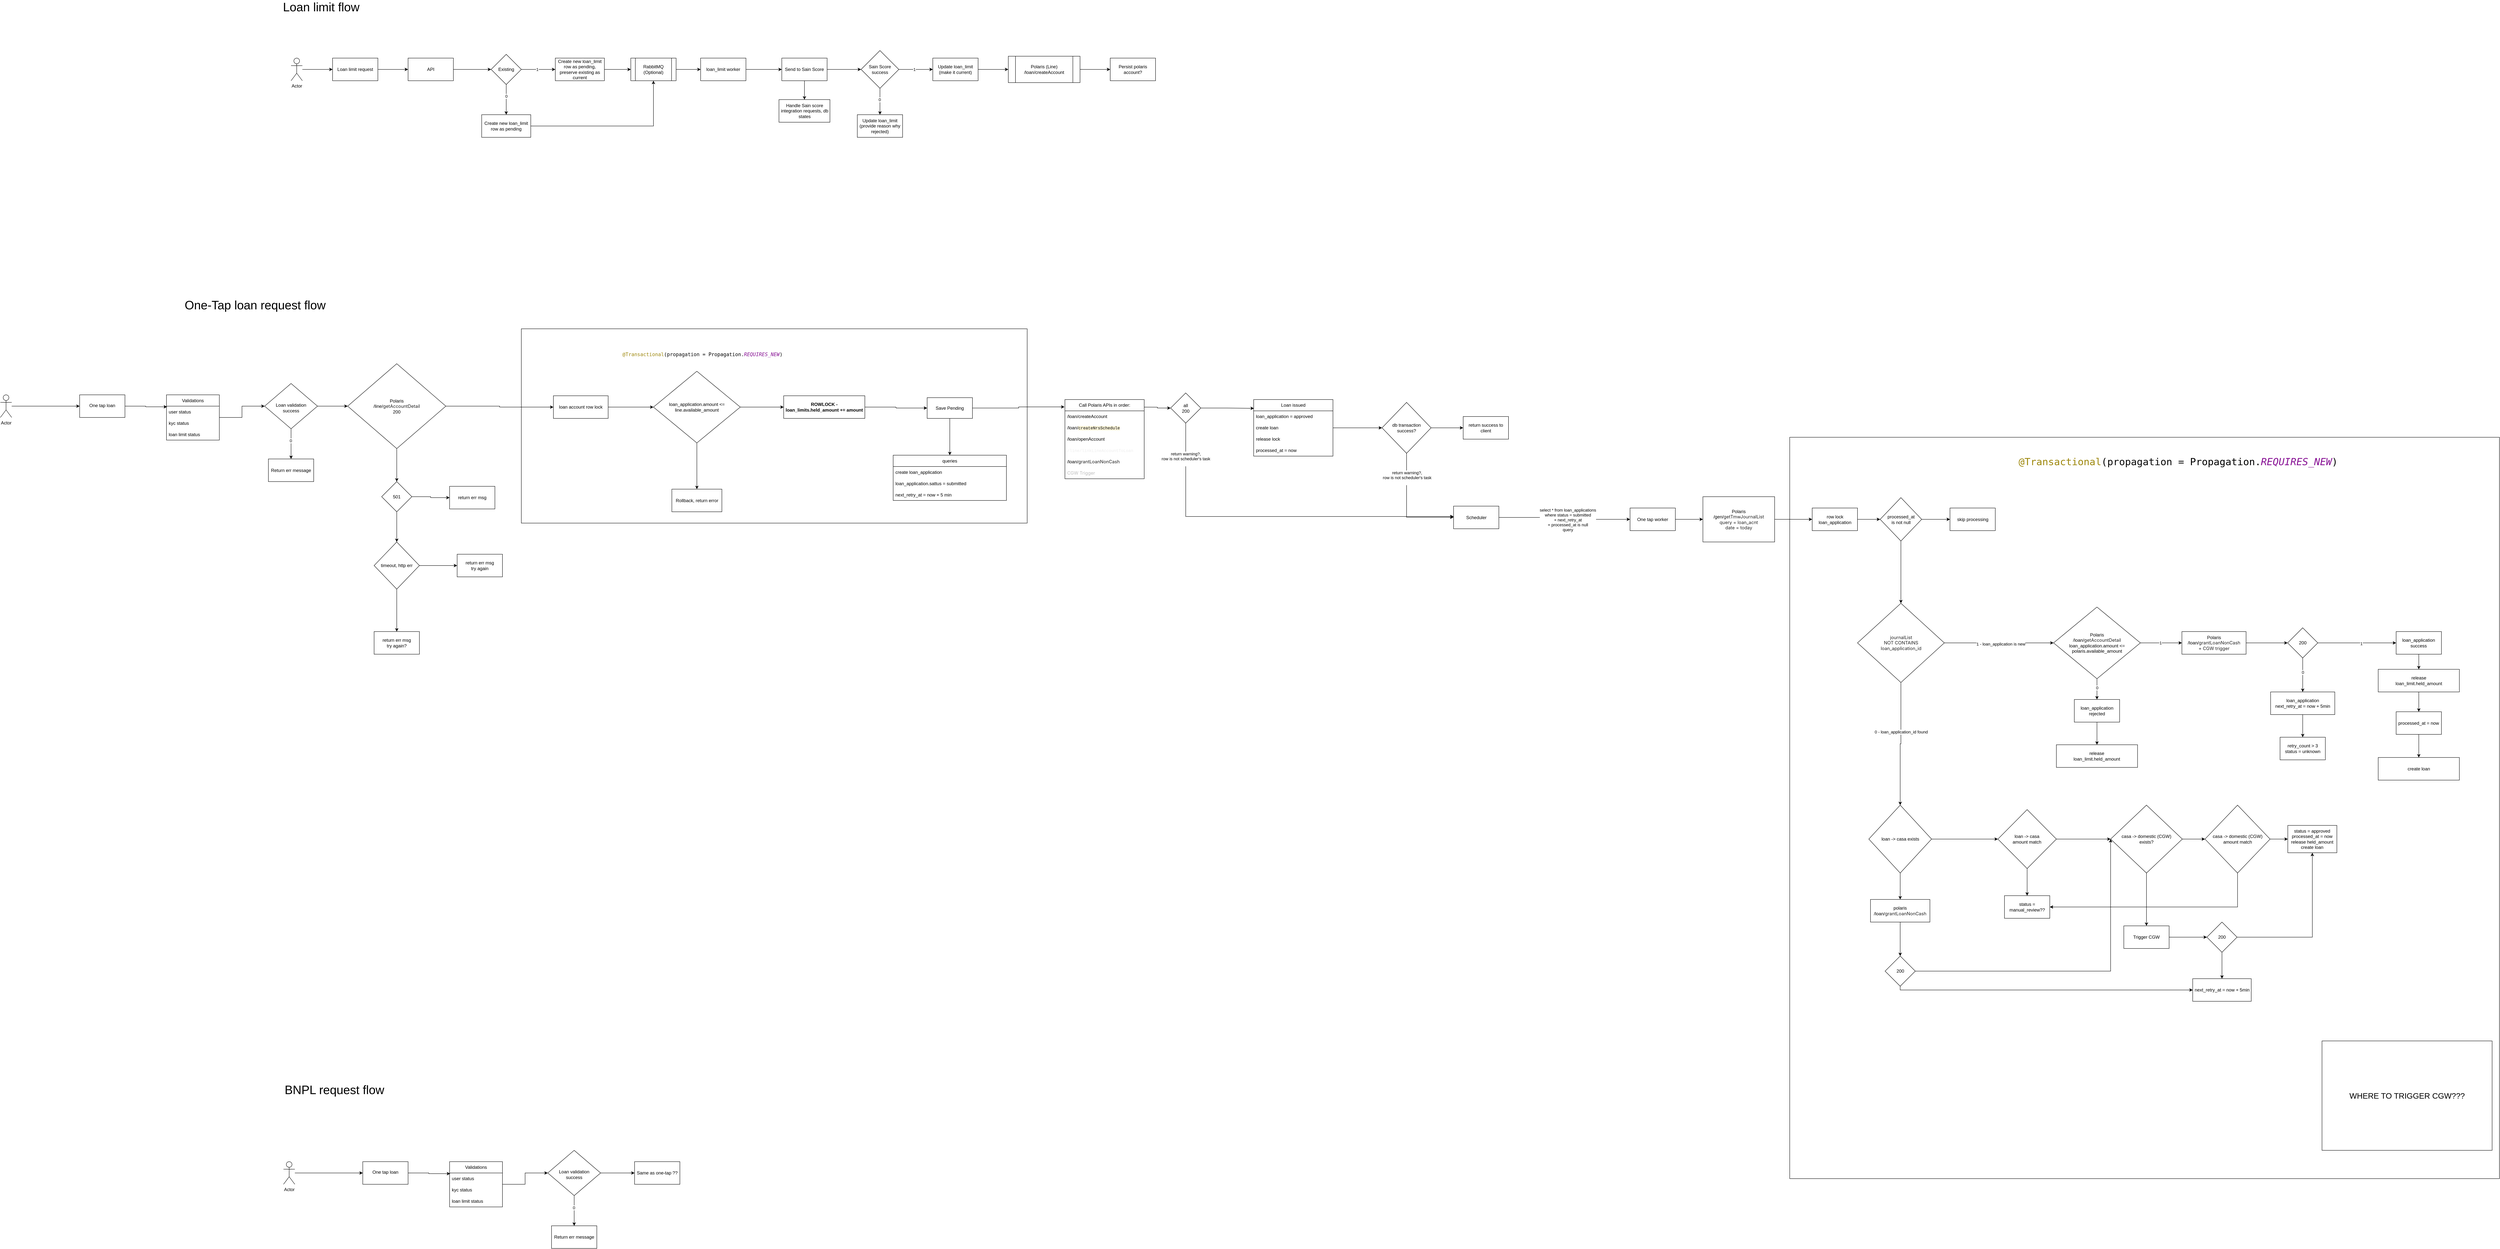
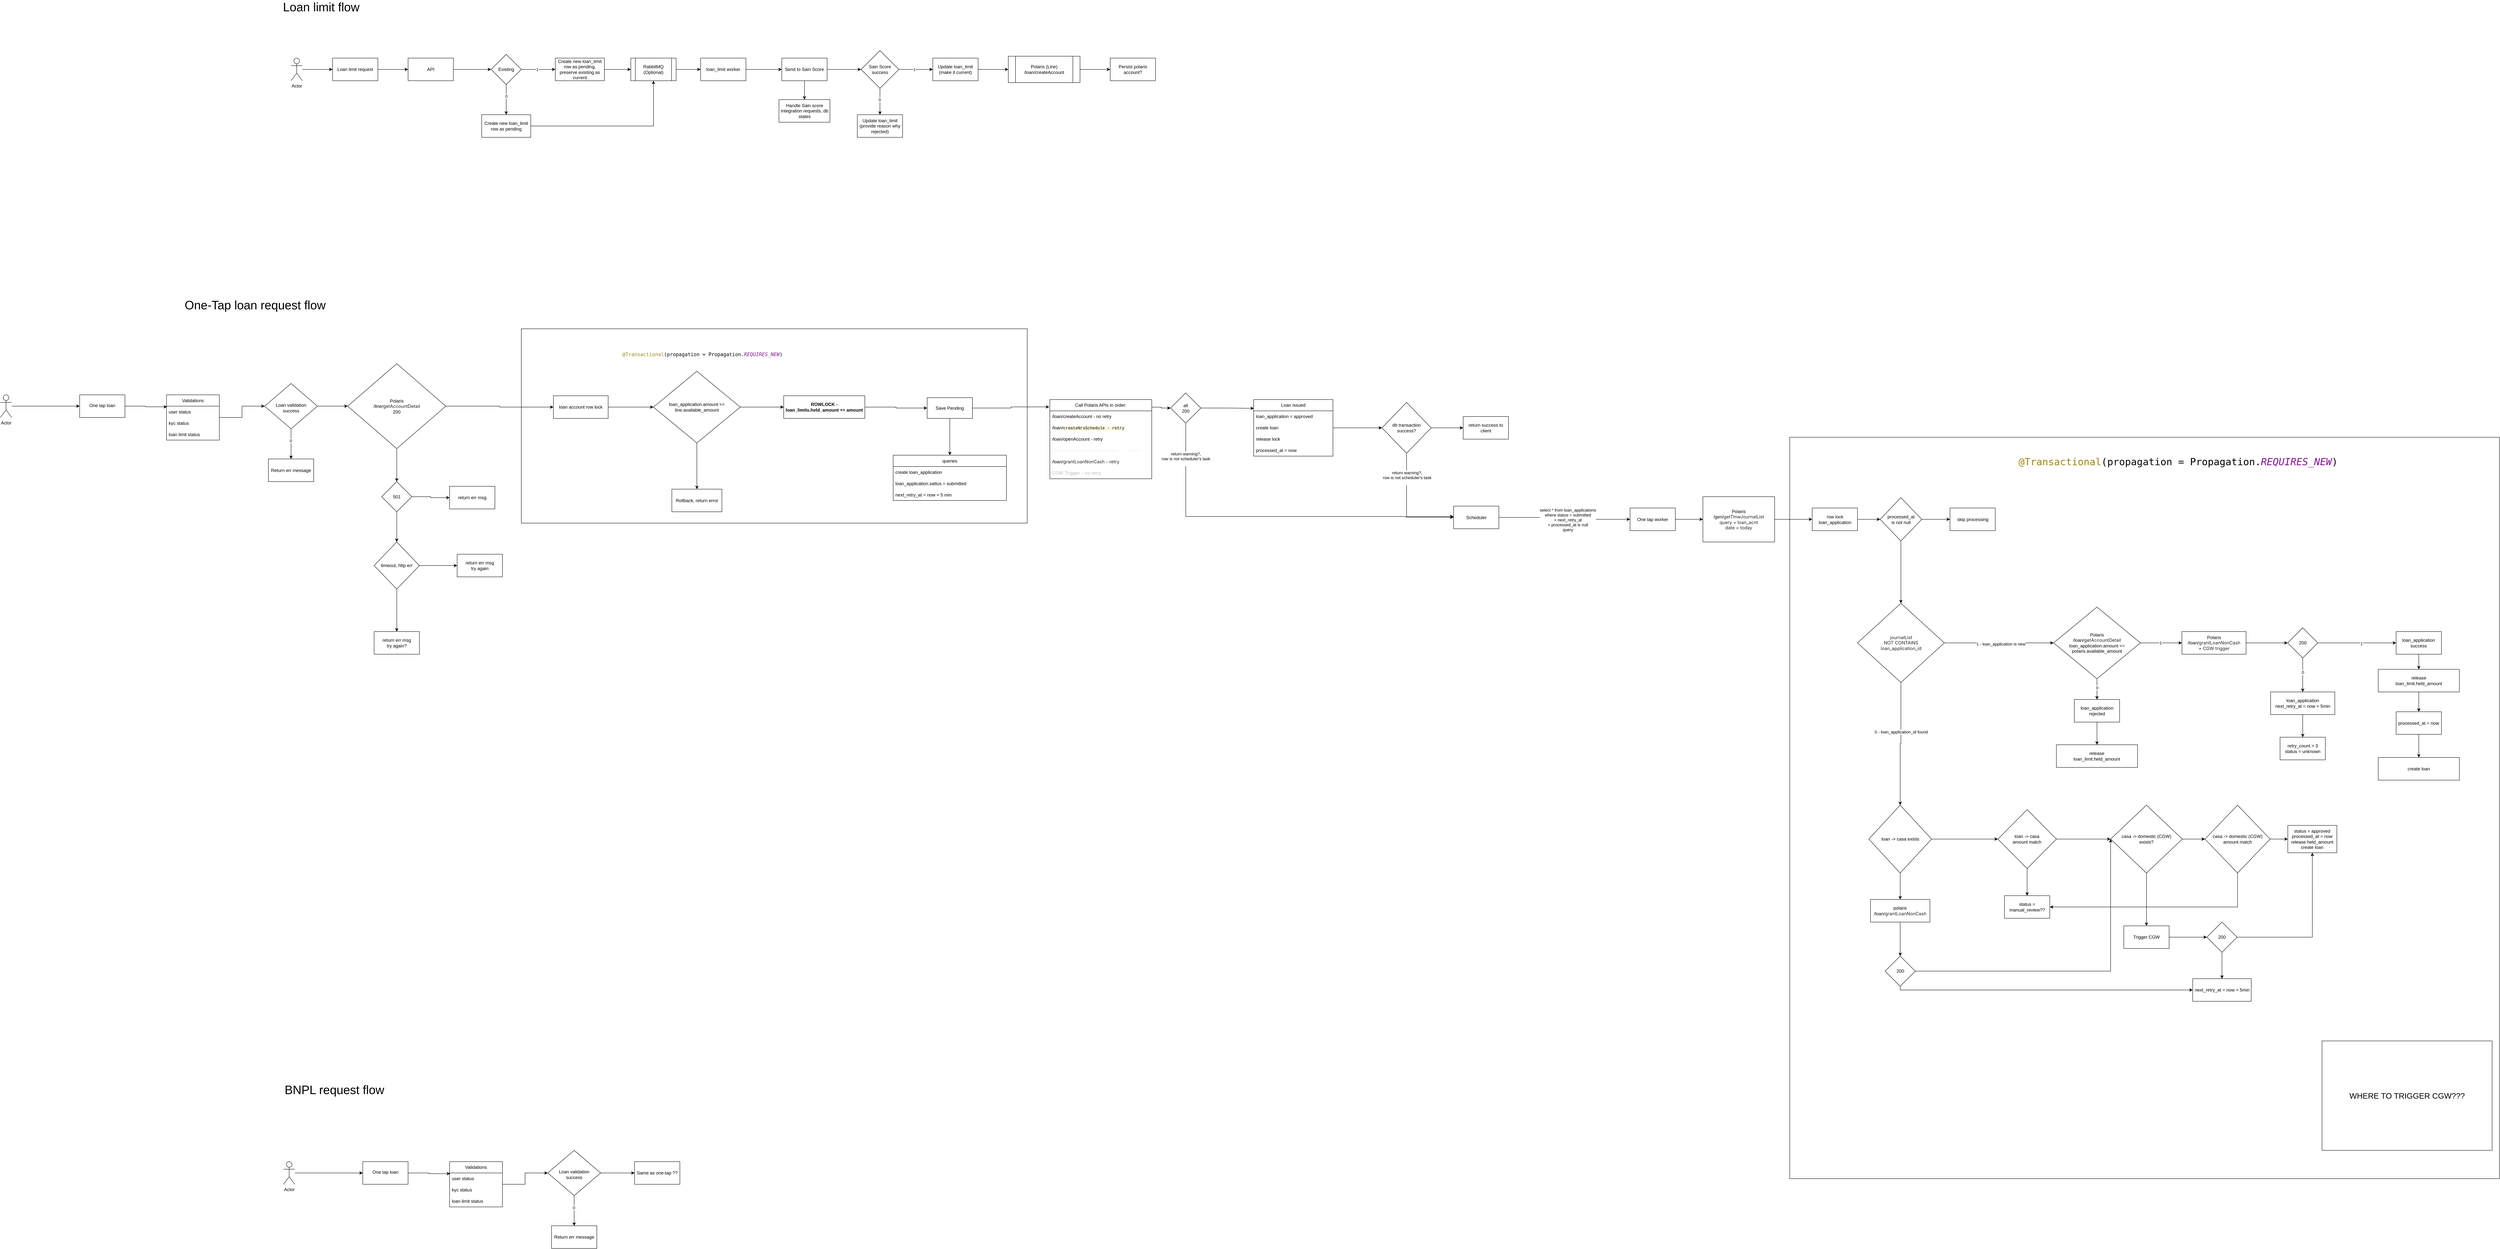
<mxfile host="app.diagrams.net">
  <diagram name="Page-1" id="VCBSuIh8bz7kurrQ0Zaz">
-     <mxGraphModel dx="1503" dy="382" grid="1" gridSize="10" guides="1" tooltips="1" connect="1" arrows="1" fold="1" page="1" pageScale="1" pageWidth="850" pageHeight="1100" math="0" shadow="0">
+     <mxGraphModel dx="1638" dy="461" grid="1" gridSize="10" guides="1" tooltips="1" connect="1" arrows="1" fold="1" page="1" pageScale="1" pageWidth="850" pageHeight="1100" math="0" shadow="0">
      <root>
        <mxCell id="0" />
        <mxCell id="1" parent="0" />
        <mxCell id="In8fDh9ZLN2M87an2Miy-188" parent="1" style="rounded=0;whiteSpace=wrap;html=1;movable=0;resizable=0;rotatable=0;deletable=0;editable=0;locked=1;connectable=0;" value="" vertex="1">
          <mxGeometry height="1965" width="1880" x="4010" y="1215" as="geometry" />
        </mxCell>
        <mxCell id="In8fDh9ZLN2M87an2Miy-172" parent="1" style="rounded=0;whiteSpace=wrap;html=1;movable=1;resizable=1;rotatable=1;deletable=1;editable=1;locked=0;connectable=1;" value="" vertex="1">
          <mxGeometry height="515" width="1340" x="650" y="927.5" as="geometry" />
        </mxCell>
        <mxCell id="KqixbsF9o6dLofBvsG9t-5" edge="1" parent="1" source="KqixbsF9o6dLofBvsG9t-1" style="edgeStyle=orthogonalEdgeStyle;rounded=0;orthogonalLoop=1;jettySize=auto;html=1;" target="KqixbsF9o6dLofBvsG9t-4" value="">
          <mxGeometry relative="1" as="geometry" />
        </mxCell>
        <mxCell id="KqixbsF9o6dLofBvsG9t-1" parent="1" style="rounded=0;whiteSpace=wrap;html=1;" value="Loan limit request" vertex="1">
          <mxGeometry height="60" width="120" x="150" y="210" as="geometry" />
        </mxCell>
        <mxCell id="KqixbsF9o6dLofBvsG9t-3" edge="1" parent="1" source="KqixbsF9o6dLofBvsG9t-2" style="edgeStyle=orthogonalEdgeStyle;rounded=0;orthogonalLoop=1;jettySize=auto;html=1;" target="KqixbsF9o6dLofBvsG9t-1" value="">
          <mxGeometry relative="1" as="geometry" />
        </mxCell>
        <mxCell id="KqixbsF9o6dLofBvsG9t-2" parent="1" style="shape=umlActor;verticalLabelPosition=bottom;verticalAlign=top;html=1;outlineConnect=0;" value="Actor" vertex="1">
          <mxGeometry height="60" width="30" x="40" y="210" as="geometry" />
        </mxCell>
        <mxCell id="KqixbsF9o6dLofBvsG9t-9" edge="1" parent="1" source="KqixbsF9o6dLofBvsG9t-4" style="edgeStyle=orthogonalEdgeStyle;rounded=0;orthogonalLoop=1;jettySize=auto;html=1;" target="KqixbsF9o6dLofBvsG9t-8" value="">
          <mxGeometry relative="1" as="geometry" />
        </mxCell>
        <mxCell id="KqixbsF9o6dLofBvsG9t-4" parent="1" style="rounded=0;whiteSpace=wrap;html=1;" value="API" vertex="1">
          <mxGeometry height="60" width="120" x="350" y="210" as="geometry" />
        </mxCell>
        <mxCell id="KqixbsF9o6dLofBvsG9t-11" edge="1" parent="1" source="KqixbsF9o6dLofBvsG9t-8" style="edgeStyle=orthogonalEdgeStyle;rounded=0;orthogonalLoop=1;jettySize=auto;html=1;" target="KqixbsF9o6dLofBvsG9t-10" value="">
          <mxGeometry relative="1" as="geometry" />
        </mxCell>
        <mxCell id="KqixbsF9o6dLofBvsG9t-12" connectable="0" parent="KqixbsF9o6dLofBvsG9t-11" style="edgeLabel;html=1;align=center;verticalAlign=middle;resizable=0;points=[];" value="1" vertex="1">
          <mxGeometry relative="1" x="-0.079" as="geometry">
            <mxPoint as="offset" />
          </mxGeometry>
        </mxCell>
        <mxCell id="KqixbsF9o6dLofBvsG9t-14" edge="1" parent="1" source="KqixbsF9o6dLofBvsG9t-8" style="edgeStyle=orthogonalEdgeStyle;rounded=0;orthogonalLoop=1;jettySize=auto;html=1;" target="KqixbsF9o6dLofBvsG9t-13" value="">
          <mxGeometry relative="1" as="geometry" />
        </mxCell>
        <mxCell id="KqixbsF9o6dLofBvsG9t-15" connectable="0" parent="KqixbsF9o6dLofBvsG9t-14" style="edgeLabel;html=1;align=center;verticalAlign=middle;resizable=0;points=[];" value="0" vertex="1">
          <mxGeometry relative="1" x="-0.2407" as="geometry">
            <mxPoint as="offset" />
          </mxGeometry>
        </mxCell>
        <mxCell id="KqixbsF9o6dLofBvsG9t-8" parent="1" style="rhombus;whiteSpace=wrap;html=1;rounded=0;" value="Existing" vertex="1">
          <mxGeometry height="80" width="80" x="570" y="200" as="geometry" />
        </mxCell>
        <mxCell id="KqixbsF9o6dLofBvsG9t-23" edge="1" parent="1" source="KqixbsF9o6dLofBvsG9t-10" style="edgeStyle=orthogonalEdgeStyle;rounded=0;orthogonalLoop=1;jettySize=auto;html=1;" target="KqixbsF9o6dLofBvsG9t-22" value="">
          <mxGeometry relative="1" as="geometry" />
        </mxCell>
        <mxCell id="KqixbsF9o6dLofBvsG9t-10" parent="1" style="whiteSpace=wrap;html=1;rounded=0;" value="Create new loan_limit row as pending, preserve existing as current" vertex="1">
          <mxGeometry height="60" width="130" x="740" y="210" as="geometry" />
        </mxCell>
        <mxCell id="KqixbsF9o6dLofBvsG9t-26" edge="1" parent="1" source="KqixbsF9o6dLofBvsG9t-13" style="edgeStyle=orthogonalEdgeStyle;rounded=0;orthogonalLoop=1;jettySize=auto;html=1;entryX=0.5;entryY=1;entryDx=0;entryDy=0;" target="KqixbsF9o6dLofBvsG9t-22">
          <mxGeometry relative="1" as="geometry" />
        </mxCell>
        <mxCell id="KqixbsF9o6dLofBvsG9t-13" parent="1" style="whiteSpace=wrap;html=1;rounded=0;" value="Create new loan_limit row as pending" vertex="1">
          <mxGeometry height="60" width="130" x="545" y="360" as="geometry" />
        </mxCell>
        <mxCell id="KqixbsF9o6dLofBvsG9t-25" edge="1" parent="1" source="KqixbsF9o6dLofBvsG9t-22" style="edgeStyle=orthogonalEdgeStyle;rounded=0;orthogonalLoop=1;jettySize=auto;html=1;" target="KqixbsF9o6dLofBvsG9t-24" value="">
          <mxGeometry relative="1" as="geometry" />
        </mxCell>
        <mxCell id="KqixbsF9o6dLofBvsG9t-22" parent="1" style="shape=process;whiteSpace=wrap;html=1;backgroundOutline=1;rounded=0;" value="RabbitMQ (Optional)" vertex="1">
          <mxGeometry height="60" width="120" x="940" y="210" as="geometry" />
        </mxCell>
        <mxCell id="KqixbsF9o6dLofBvsG9t-28" edge="1" parent="1" source="KqixbsF9o6dLofBvsG9t-24" style="edgeStyle=orthogonalEdgeStyle;rounded=0;orthogonalLoop=1;jettySize=auto;html=1;" target="KqixbsF9o6dLofBvsG9t-27" value="">
          <mxGeometry relative="1" as="geometry" />
        </mxCell>
        <mxCell id="KqixbsF9o6dLofBvsG9t-24" parent="1" style="whiteSpace=wrap;html=1;rounded=0;" value="loan_limit worker" vertex="1">
          <mxGeometry height="60" width="120" x="1125" y="210" as="geometry" />
        </mxCell>
        <mxCell id="KqixbsF9o6dLofBvsG9t-30" edge="1" parent="1" source="KqixbsF9o6dLofBvsG9t-27" style="edgeStyle=orthogonalEdgeStyle;rounded=0;orthogonalLoop=1;jettySize=auto;html=1;" target="KqixbsF9o6dLofBvsG9t-29" value="">
          <mxGeometry relative="1" as="geometry" />
        </mxCell>
        <mxCell id="KqixbsF9o6dLofBvsG9t-38" edge="1" parent="1" source="KqixbsF9o6dLofBvsG9t-27" style="edgeStyle=orthogonalEdgeStyle;rounded=0;orthogonalLoop=1;jettySize=auto;html=1;" target="KqixbsF9o6dLofBvsG9t-37" value="">
          <mxGeometry relative="1" as="geometry" />
        </mxCell>
        <mxCell id="KqixbsF9o6dLofBvsG9t-27" parent="1" style="whiteSpace=wrap;html=1;rounded=0;" value="Send to Sain Score" vertex="1">
          <mxGeometry height="60" width="120" x="1340" y="210" as="geometry" />
        </mxCell>
        <mxCell id="KqixbsF9o6dLofBvsG9t-32" edge="1" parent="1" source="KqixbsF9o6dLofBvsG9t-29" style="edgeStyle=orthogonalEdgeStyle;rounded=0;orthogonalLoop=1;jettySize=auto;html=1;" target="KqixbsF9o6dLofBvsG9t-31" value="">
          <mxGeometry relative="1" as="geometry" />
        </mxCell>
        <mxCell id="KqixbsF9o6dLofBvsG9t-33" connectable="0" parent="KqixbsF9o6dLofBvsG9t-32" style="edgeLabel;html=1;align=center;verticalAlign=middle;resizable=0;points=[];" value="1" vertex="1">
          <mxGeometry relative="1" x="-0.1048" as="geometry">
            <mxPoint as="offset" />
          </mxGeometry>
        </mxCell>
        <mxCell id="KqixbsF9o6dLofBvsG9t-35" edge="1" parent="1" source="KqixbsF9o6dLofBvsG9t-29" style="edgeStyle=orthogonalEdgeStyle;rounded=0;orthogonalLoop=1;jettySize=auto;html=1;" target="KqixbsF9o6dLofBvsG9t-34" value="">
          <mxGeometry relative="1" as="geometry" />
        </mxCell>
        <mxCell id="KqixbsF9o6dLofBvsG9t-36" connectable="0" parent="KqixbsF9o6dLofBvsG9t-35" style="edgeLabel;html=1;align=center;verticalAlign=middle;resizable=0;points=[];" value="0" vertex="1">
          <mxGeometry relative="1" x="-0.1429" y="-1" as="geometry">
            <mxPoint as="offset" />
          </mxGeometry>
        </mxCell>
        <mxCell id="KqixbsF9o6dLofBvsG9t-29" parent="1" style="rhombus;whiteSpace=wrap;html=1;rounded=0;" value="Sain Score success" vertex="1">
          <mxGeometry height="100" width="100" x="1550" y="190" as="geometry" />
        </mxCell>
        <mxCell id="KqixbsF9o6dLofBvsG9t-66" edge="1" parent="1" source="KqixbsF9o6dLofBvsG9t-31" style="edgeStyle=orthogonalEdgeStyle;rounded=0;orthogonalLoop=1;jettySize=auto;html=1;" target="KqixbsF9o6dLofBvsG9t-65" value="">
          <mxGeometry relative="1" as="geometry" />
        </mxCell>
        <mxCell id="KqixbsF9o6dLofBvsG9t-31" parent="1" style="whiteSpace=wrap;html=1;rounded=0;" value="Update loan_limit (make it current)" vertex="1">
          <mxGeometry height="60" width="120" x="1740" y="210" as="geometry" />
        </mxCell>
        <mxCell id="KqixbsF9o6dLofBvsG9t-34" parent="1" style="whiteSpace=wrap;html=1;rounded=0;" value="Update loan_limit&lt;br&gt;(provide reason why rejected)" vertex="1">
          <mxGeometry height="60" width="120" x="1540" y="360" as="geometry" />
        </mxCell>
        <mxCell id="KqixbsF9o6dLofBvsG9t-37" parent="1" style="whiteSpace=wrap;html=1;rounded=0;" value="Handle Sain score integration requests, db states" vertex="1">
          <mxGeometry height="60" width="135" x="1332.5" y="320" as="geometry" />
        </mxCell>
        <mxCell id="KqixbsF9o6dLofBvsG9t-40" parent="1" style="text;html=1;whiteSpace=wrap;strokeColor=none;fillColor=none;align=center;verticalAlign=middle;rounded=0;fontSize=32;" value="Loan limit flow" vertex="1">
          <mxGeometry height="30" width="260" x="-10" y="60" as="geometry" />
        </mxCell>
        <mxCell id="KqixbsF9o6dLofBvsG9t-74" edge="1" parent="1" source="KqixbsF9o6dLofBvsG9t-65" style="edgeStyle=orthogonalEdgeStyle;rounded=0;orthogonalLoop=1;jettySize=auto;html=1;" target="KqixbsF9o6dLofBvsG9t-73" value="">
          <mxGeometry relative="1" as="geometry" />
        </mxCell>
        <mxCell id="KqixbsF9o6dLofBvsG9t-65" parent="1" style="shape=process;whiteSpace=wrap;html=1;backgroundOutline=1;rounded=0;" value="Polaris (Line)&lt;br&gt;/loan/createAccount" vertex="1">
          <mxGeometry height="70" width="190" x="1940" y="205" as="geometry" />
        </mxCell>
        <mxCell id="KqixbsF9o6dLofBvsG9t-73" parent="1" style="whiteSpace=wrap;html=1;rounded=0;" value="Persist polaris account?" vertex="1">
          <mxGeometry height="60" width="120" x="2210" y="210" as="geometry" />
        </mxCell>
        <mxCell id="U8Ajh8Gpa-m2DNKNFQys-1" parent="1" style="text;html=1;whiteSpace=wrap;strokeColor=none;fillColor=none;align=center;verticalAlign=middle;rounded=0;fontSize=32;" value="One-Tap loan request flow" vertex="1">
          <mxGeometry height="30" width="470" x="-290" y="850" as="geometry" />
        </mxCell>
        <mxCell id="In8fDh9ZLN2M87an2Miy-1" edge="1" parent="1" source="In8fDh9ZLN2M87an2Miy-2" style="edgeStyle=orthogonalEdgeStyle;rounded=0;orthogonalLoop=1;jettySize=auto;html=1;" target="In8fDh9ZLN2M87an2Miy-4" value="">
          <mxGeometry relative="1" as="geometry" />
        </mxCell>
        <mxCell id="In8fDh9ZLN2M87an2Miy-2" parent="1" style="shape=umlActor;verticalLabelPosition=bottom;verticalAlign=top;html=1;outlineConnect=0;" value="Actor" vertex="1">
          <mxGeometry height="60" width="30" x="-730" y="1102.5" as="geometry" />
        </mxCell>
        <mxCell id="In8fDh9ZLN2M87an2Miy-3" edge="1" parent="1" source="In8fDh9ZLN2M87an2Miy-4" style="edgeStyle=orthogonalEdgeStyle;rounded=0;orthogonalLoop=1;jettySize=auto;html=1;entryX=0.011;entryY=0.06;entryDx=0;entryDy=0;entryPerimeter=0;" target="In8fDh9ZLN2M87an2Miy-28" value="">
          <mxGeometry relative="1" as="geometry">
            <mxPoint x="-310" y="1132.5" as="targetPoint" />
          </mxGeometry>
        </mxCell>
        <mxCell id="In8fDh9ZLN2M87an2Miy-4" parent="1" style="whiteSpace=wrap;html=1;verticalAlign=top;" value="&lt;div&gt;&lt;br&gt;&lt;/div&gt;&lt;div&gt;One tap loan&lt;/div&gt;" vertex="1">
          <mxGeometry height="60" width="120" x="-520" y="1102.5" as="geometry" />
        </mxCell>
        <mxCell id="In8fDh9ZLN2M87an2Miy-7" edge="1" parent="1" source="In8fDh9ZLN2M87an2Miy-9" style="edgeStyle=orthogonalEdgeStyle;rounded=0;orthogonalLoop=1;jettySize=auto;html=1;" target="In8fDh9ZLN2M87an2Miy-13" value="">
          <mxGeometry relative="1" as="geometry" />
        </mxCell>
        <mxCell id="In8fDh9ZLN2M87an2Miy-8" connectable="0" parent="In8fDh9ZLN2M87an2Miy-7" style="edgeLabel;html=1;align=center;verticalAlign=middle;resizable=0;points=[];" value="0" vertex="1">
          <mxGeometry relative="1" x="-0.2091" y="-1" as="geometry">
            <mxPoint as="offset" />
          </mxGeometry>
        </mxCell>
        <mxCell id="In8fDh9ZLN2M87an2Miy-230" edge="1" parent="1" source="In8fDh9ZLN2M87an2Miy-9" style="edgeStyle=orthogonalEdgeStyle;rounded=0;orthogonalLoop=1;jettySize=auto;html=1;" target="In8fDh9ZLN2M87an2Miy-228">
          <mxGeometry relative="1" as="geometry" />
        </mxCell>
        <mxCell id="In8fDh9ZLN2M87an2Miy-9" parent="1" style="rhombus;whiteSpace=wrap;html=1;verticalAlign=top;" value="&lt;br&gt;&lt;br&gt;&lt;div&gt;&lt;br&gt;&lt;/div&gt;&lt;div&gt;Loan validation&lt;br&gt;success&lt;/div&gt;" vertex="1">
          <mxGeometry height="120" width="140" x="-30" y="1072.5" as="geometry" />
        </mxCell>
        <mxCell id="In8fDh9ZLN2M87an2Miy-10" edge="1" parent="1" source="In8fDh9ZLN2M87an2Miy-12" style="edgeStyle=orthogonalEdgeStyle;rounded=0;orthogonalLoop=1;jettySize=auto;html=1;entryX=0.5;entryY=0;entryDx=0;entryDy=0;" target="In8fDh9ZLN2M87an2Miy-14">
          <mxGeometry relative="1" as="geometry" />
        </mxCell>
        <mxCell id="In8fDh9ZLN2M87an2Miy-54" edge="1" parent="1" source="In8fDh9ZLN2M87an2Miy-105" style="edgeStyle=orthogonalEdgeStyle;rounded=0;orthogonalLoop=1;jettySize=auto;html=1;exitX=1;exitY=0.5;exitDx=0;exitDy=0;" target="In8fDh9ZLN2M87an2Miy-53" value="">
          <mxGeometry relative="1" as="geometry">
            <mxPoint x="3329.5" y="1432.5" as="sourcePoint" />
          </mxGeometry>
        </mxCell>
        <mxCell id="In8fDh9ZLN2M87an2Miy-55" connectable="0" parent="In8fDh9ZLN2M87an2Miy-54" style="edgeLabel;html=1;align=center;verticalAlign=middle;resizable=0;points=[];" value="select * from loan_applications&lt;br&gt;where status = submitted&lt;br&gt;+ next_retry_at&lt;br&gt;+ processed_at is null&lt;br&gt;query" vertex="1">
          <mxGeometry relative="1" x="0.0637" y="-1" as="geometry">
            <mxPoint as="offset" />
          </mxGeometry>
        </mxCell>
        <mxCell id="In8fDh9ZLN2M87an2Miy-246" edge="1" parent="1" source="In8fDh9ZLN2M87an2Miy-12" style="edgeStyle=orthogonalEdgeStyle;rounded=0;orthogonalLoop=1;jettySize=auto;html=1;entryX=-0.006;entryY=0.093;entryDx=0;entryDy=0;entryPerimeter=0;" target="In8fDh9ZLN2M87an2Miy-247">
          <mxGeometry relative="1" as="geometry">
            <mxPoint x="2090" y="1137.5" as="targetPoint" />
          </mxGeometry>
        </mxCell>
        <mxCell id="In8fDh9ZLN2M87an2Miy-12" parent="1" style="whiteSpace=wrap;html=1;verticalAlign=middle;" value="Save Pending" vertex="1">
          <mxGeometry height="55" width="120" x="1725" y="1110" as="geometry" />
        </mxCell>
        <mxCell id="In8fDh9ZLN2M87an2Miy-13" parent="1" style="whiteSpace=wrap;html=1;verticalAlign=middle;" value="Return err message" vertex="1">
          <mxGeometry height="60" width="120" x="-20" y="1272.5" as="geometry" />
        </mxCell>
        <mxCell id="In8fDh9ZLN2M87an2Miy-14" parent="1" style="swimlane;fontStyle=0;childLayout=stackLayout;horizontal=1;startSize=30;horizontalStack=0;resizeParent=1;resizeParentMax=0;resizeLast=0;collapsible=1;marginBottom=0;whiteSpace=wrap;html=1;" value="queries" vertex="1">
          <mxGeometry height="120" width="300" x="1635" y="1262.5" as="geometry" />
        </mxCell>
        <mxCell id="In8fDh9ZLN2M87an2Miy-15" parent="In8fDh9ZLN2M87an2Miy-14" style="text;strokeColor=none;fillColor=none;align=left;verticalAlign=middle;spacingLeft=4;spacingRight=4;overflow=hidden;points=[[0,0.5],[1,0.5]];portConstraint=eastwest;rotatable=0;whiteSpace=wrap;html=1;" value="create loan_application" vertex="1">
          <mxGeometry height="30" width="300" y="30" as="geometry" />
        </mxCell>
        <mxCell id="In8fDh9ZLN2M87an2Miy-104" parent="In8fDh9ZLN2M87an2Miy-14" style="text;strokeColor=none;fillColor=none;align=left;verticalAlign=middle;spacingLeft=4;spacingRight=4;overflow=hidden;points=[[0,0.5],[1,0.5]];portConstraint=eastwest;rotatable=0;whiteSpace=wrap;html=1;" value="loan_application.sattus = submitted" vertex="1">
          <mxGeometry height="30" width="300" y="60" as="geometry" />
        </mxCell>
        <mxCell id="In8fDh9ZLN2M87an2Miy-17" parent="In8fDh9ZLN2M87an2Miy-14" style="text;strokeColor=none;fillColor=none;align=left;verticalAlign=middle;spacingLeft=4;spacingRight=4;overflow=hidden;points=[[0,0.5],[1,0.5]];portConstraint=eastwest;rotatable=0;whiteSpace=wrap;html=1;" value="next_retry_at = now + 5 min" vertex="1">
          <mxGeometry height="30" width="300" y="90" as="geometry" />
        </mxCell>
        <mxCell id="In8fDh9ZLN2M87an2Miy-32" edge="1" parent="1" source="In8fDh9ZLN2M87an2Miy-27" style="edgeStyle=orthogonalEdgeStyle;rounded=0;orthogonalLoop=1;jettySize=auto;html=1;entryX=0;entryY=0.5;entryDx=0;entryDy=0;" target="In8fDh9ZLN2M87an2Miy-9">
          <mxGeometry relative="1" as="geometry" />
        </mxCell>
        <mxCell id="In8fDh9ZLN2M87an2Miy-27" parent="1" style="swimlane;fontStyle=0;childLayout=stackLayout;horizontal=1;startSize=30;horizontalStack=0;resizeParent=1;resizeParentMax=0;resizeLast=0;collapsible=1;marginBottom=0;whiteSpace=wrap;html=1;" value="Validations" vertex="1">
          <mxGeometry height="120" width="140" x="-290" y="1102.5" as="geometry" />
        </mxCell>
        <mxCell id="In8fDh9ZLN2M87an2Miy-28" parent="In8fDh9ZLN2M87an2Miy-27" style="text;strokeColor=none;fillColor=none;align=left;verticalAlign=middle;spacingLeft=4;spacingRight=4;overflow=hidden;points=[[0,0.5],[1,0.5]];portConstraint=eastwest;rotatable=0;whiteSpace=wrap;html=1;" value="user status" vertex="1">
          <mxGeometry height="30" width="140" y="30" as="geometry" />
        </mxCell>
        <mxCell id="In8fDh9ZLN2M87an2Miy-29" parent="In8fDh9ZLN2M87an2Miy-27" style="text;strokeColor=none;fillColor=none;align=left;verticalAlign=middle;spacingLeft=4;spacingRight=4;overflow=hidden;points=[[0,0.5],[1,0.5]];portConstraint=eastwest;rotatable=0;whiteSpace=wrap;html=1;" value="kyc status" vertex="1">
          <mxGeometry height="30" width="140" y="60" as="geometry" />
        </mxCell>
        <mxCell id="In8fDh9ZLN2M87an2Miy-33" parent="In8fDh9ZLN2M87an2Miy-27" style="text;strokeColor=none;fillColor=none;align=left;verticalAlign=middle;spacingLeft=4;spacingRight=4;overflow=hidden;points=[[0,0.5],[1,0.5]];portConstraint=eastwest;rotatable=0;whiteSpace=wrap;html=1;" value="loan limit status" vertex="1">
          <mxGeometry height="30" width="140" y="90" as="geometry" />
        </mxCell>
        <mxCell id="In8fDh9ZLN2M87an2Miy-116" edge="1" parent="1" source="In8fDh9ZLN2M87an2Miy-53" style="edgeStyle=orthogonalEdgeStyle;rounded=0;orthogonalLoop=1;jettySize=auto;html=1;entryX=0;entryY=0.5;entryDx=0;entryDy=0;" target="In8fDh9ZLN2M87an2Miy-68">
          <mxGeometry relative="1" as="geometry" />
        </mxCell>
        <mxCell id="In8fDh9ZLN2M87an2Miy-53" parent="1" style="whiteSpace=wrap;html=1;" value="One tap worker" vertex="1">
          <mxGeometry height="60" width="120" x="3587" y="1402.5" as="geometry" />
        </mxCell>
        <mxCell id="In8fDh9ZLN2M87an2Miy-67" edge="1" parent="1" source="In8fDh9ZLN2M87an2Miy-58" style="edgeStyle=orthogonalEdgeStyle;rounded=0;orthogonalLoop=1;jettySize=auto;html=1;entryX=0;entryY=0.5;entryDx=0;entryDy=0;" target="In8fDh9ZLN2M87an2Miy-66" value="">
          <mxGeometry relative="1" as="geometry">
            <mxPoint x="5343.87" y="1760" as="targetPoint" />
          </mxGeometry>
        </mxCell>
        <mxCell id="In8fDh9ZLN2M87an2Miy-58" parent="1" style="whiteSpace=wrap;html=1;" value="Polaris /loan/&lt;span style=&quot;color: rgb(33, 33, 33); font-family: Inter, system-ui, -apple-system, &amp;quot;system-ui&amp;quot;, &amp;quot;Segoe UI&amp;quot;, Roboto, Oxygen, Ubuntu, Cantarell, &amp;quot;Fira Sans&amp;quot;, &amp;quot;Droid Sans&amp;quot;, Helvetica, Arial, sans-serif; text-align: left; white-space: pre-wrap; background-color: rgb(255, 255, 255);&quot;&gt;grantLoanNonCash&lt;br/&gt;+ CGW trigger&lt;/span&gt;" vertex="1">
          <mxGeometry height="60" width="170" x="5048.87" y="1730" as="geometry" />
        </mxCell>
        <mxCell id="In8fDh9ZLN2M87an2Miy-62" edge="1" parent="1" source="In8fDh9ZLN2M87an2Miy-59" style="edgeStyle=orthogonalEdgeStyle;rounded=0;orthogonalLoop=1;jettySize=auto;html=1;" target="In8fDh9ZLN2M87an2Miy-61" value="">
          <mxGeometry relative="1" as="geometry" />
        </mxCell>
        <mxCell id="In8fDh9ZLN2M87an2Miy-91" connectable="0" parent="In8fDh9ZLN2M87an2Miy-62" style="edgeLabel;html=1;align=center;verticalAlign=middle;resizable=0;points=[];" value="0" vertex="1">
          <mxGeometry relative="1" x="-0.1431" as="geometry">
            <mxPoint as="offset" />
          </mxGeometry>
        </mxCell>
        <mxCell id="In8fDh9ZLN2M87an2Miy-65" edge="1" parent="1" source="In8fDh9ZLN2M87an2Miy-59" style="edgeStyle=orthogonalEdgeStyle;rounded=0;orthogonalLoop=1;jettySize=auto;html=1;" target="In8fDh9ZLN2M87an2Miy-58">
          <mxGeometry relative="1" as="geometry" />
        </mxCell>
        <mxCell id="In8fDh9ZLN2M87an2Miy-90" connectable="0" parent="In8fDh9ZLN2M87an2Miy-65" style="edgeLabel;html=1;align=center;verticalAlign=middle;resizable=0;points=[];" value="1" vertex="1">
          <mxGeometry relative="1" x="-0.0451" as="geometry">
            <mxPoint as="offset" />
          </mxGeometry>
        </mxCell>
        <mxCell id="In8fDh9ZLN2M87an2Miy-59" parent="1" style="rhombus;whiteSpace=wrap;html=1;" value="Polaris&lt;br&gt;/loan/&lt;span style=&quot;color: rgb(33, 33, 33); font-family: Inter, system-ui, -apple-system, &amp;quot;system-ui&amp;quot;, &amp;quot;Segoe UI&amp;quot;, Roboto, Oxygen, Ubuntu, Cantarell, &amp;quot;Fira Sans&amp;quot;, &amp;quot;Droid Sans&amp;quot;, Helvetica, Arial, sans-serif; text-align: left; white-space: pre-wrap; background-color: rgb(255, 255, 255);&quot;&gt;getAccountDetail&lt;/span&gt;&lt;br&gt;loan_application.amount &amp;lt;= polaris.available_amount" vertex="1">
          <mxGeometry height="190" width="230" x="4708.87" y="1665" as="geometry" />
        </mxCell>
        <mxCell id="In8fDh9ZLN2M87an2Miy-64" edge="1" parent="1" source="In8fDh9ZLN2M87an2Miy-61" style="edgeStyle=orthogonalEdgeStyle;rounded=0;orthogonalLoop=1;jettySize=auto;html=1;" target="In8fDh9ZLN2M87an2Miy-63" value="">
          <mxGeometry relative="1" as="geometry" />
        </mxCell>
        <mxCell id="In8fDh9ZLN2M87an2Miy-61" parent="1" style="whiteSpace=wrap;html=1;" value="loan_application&lt;br&gt;rejected" vertex="1">
          <mxGeometry height="60" width="120" x="4763.87" y="1910" as="geometry" />
        </mxCell>
        <mxCell id="In8fDh9ZLN2M87an2Miy-63" parent="1" style="whiteSpace=wrap;html=1;" value="release &lt;br&gt;loan_limit.held_amount" vertex="1">
          <mxGeometry height="60" width="215" x="4716.37" y="2030" as="geometry" />
        </mxCell>
        <mxCell id="In8fDh9ZLN2M87an2Miy-81" edge="1" parent="1" source="In8fDh9ZLN2M87an2Miy-66" style="edgeStyle=orthogonalEdgeStyle;rounded=0;orthogonalLoop=1;jettySize=auto;html=1;entryX=0;entryY=0.5;entryDx=0;entryDy=0;" target="In8fDh9ZLN2M87an2Miy-79">
          <mxGeometry relative="1" as="geometry" />
        </mxCell>
        <mxCell id="In8fDh9ZLN2M87an2Miy-92" connectable="0" parent="In8fDh9ZLN2M87an2Miy-81" style="edgeLabel;html=1;align=center;verticalAlign=middle;resizable=0;points=[];" value="1" vertex="1">
          <mxGeometry relative="1" x="0.1055" y="-2" as="geometry">
            <mxPoint as="offset" />
          </mxGeometry>
        </mxCell>
        <mxCell id="In8fDh9ZLN2M87an2Miy-83" edge="1" parent="1" source="In8fDh9ZLN2M87an2Miy-66" style="edgeStyle=orthogonalEdgeStyle;rounded=0;orthogonalLoop=1;jettySize=auto;html=1;" target="In8fDh9ZLN2M87an2Miy-82" value="">
          <mxGeometry relative="1" as="geometry" />
        </mxCell>
        <mxCell id="In8fDh9ZLN2M87an2Miy-93" connectable="0" parent="In8fDh9ZLN2M87an2Miy-83" style="edgeLabel;html=1;align=center;verticalAlign=middle;resizable=0;points=[];" value="0" vertex="1">
          <mxGeometry relative="1" x="-0.1623" as="geometry">
            <mxPoint as="offset" />
          </mxGeometry>
        </mxCell>
        <mxCell id="In8fDh9ZLN2M87an2Miy-66" parent="1" style="rhombus;whiteSpace=wrap;html=1;" value="200" vertex="1">
          <mxGeometry height="80" width="80" x="5328.87" y="1720" as="geometry" />
        </mxCell>
        <mxCell id="In8fDh9ZLN2M87an2Miy-119" edge="1" parent="1" source="In8fDh9ZLN2M87an2Miy-68" style="edgeStyle=orthogonalEdgeStyle;rounded=0;orthogonalLoop=1;jettySize=auto;html=1;" target="In8fDh9ZLN2M87an2Miy-118" value="">
          <mxGeometry relative="1" as="geometry" />
        </mxCell>
        <mxCell id="In8fDh9ZLN2M87an2Miy-68" parent="1" style="whiteSpace=wrap;html=1;" value="Polaris&lt;br&gt;/gen/&lt;span style=&quot;white-space: pre-wrap; color: rgb(33, 33, 33); font-family: Inter, system-ui, -apple-system, &amp;quot;system-ui&amp;quot;, &amp;quot;Segoe UI&amp;quot;, Roboto, Oxygen, Ubuntu, Cantarell, &amp;quot;Fira Sans&amp;quot;, &amp;quot;Droid Sans&amp;quot;, Helvetica, Arial, sans-serif; text-align: left; background-color: rgb(255, 255, 255);&quot;&gt;getTmwJournalList&lt;br&gt;query = loan_acnt&lt;br/&gt;date = today&lt;/span&gt;" vertex="1">
          <mxGeometry height="120" width="190" x="3780" y="1372.5" as="geometry" />
        </mxCell>
        <mxCell id="In8fDh9ZLN2M87an2Miy-71" edge="1" parent="1" source="In8fDh9ZLN2M87an2Miy-69" style="edgeStyle=orthogonalEdgeStyle;rounded=0;orthogonalLoop=1;jettySize=auto;html=1;entryX=0;entryY=0.5;entryDx=0;entryDy=0;" target="In8fDh9ZLN2M87an2Miy-59">
          <mxGeometry relative="1" as="geometry" />
        </mxCell>
        <mxCell id="In8fDh9ZLN2M87an2Miy-77" connectable="0" parent="In8fDh9ZLN2M87an2Miy-71" style="edgeLabel;html=1;align=center;verticalAlign=middle;resizable=0;points=[];" value="1 - loan_application is new" vertex="1">
          <mxGeometry relative="1" x="0.0312" y="-3" as="geometry">
            <mxPoint as="offset" />
          </mxGeometry>
        </mxCell>
        <mxCell id="In8fDh9ZLN2M87an2Miy-73" edge="1" parent="1" source="In8fDh9ZLN2M87an2Miy-69" style="edgeStyle=orthogonalEdgeStyle;rounded=0;orthogonalLoop=1;jettySize=auto;html=1;entryX=0.5;entryY=0;entryDx=0;entryDy=0;" target="In8fDh9ZLN2M87an2Miy-111" value="">
          <mxGeometry relative="1" as="geometry">
            <mxPoint x="4303.87" y="1960" as="targetPoint" />
          </mxGeometry>
        </mxCell>
        <mxCell id="In8fDh9ZLN2M87an2Miy-74" connectable="0" parent="In8fDh9ZLN2M87an2Miy-73" style="edgeLabel;html=1;align=center;verticalAlign=middle;resizable=0;points=[];" value="0 - loan_application_id found" vertex="1">
          <mxGeometry relative="1" x="-0.1975" as="geometry">
            <mxPoint as="offset" />
          </mxGeometry>
        </mxCell>
        <mxCell id="In8fDh9ZLN2M87an2Miy-69" parent="1" style="rhombus;whiteSpace=wrap;html=1;verticalAlign=middle;" value="&lt;div style=&quot;text-align: center;&quot;&gt;&lt;span style=&quot;background-color: light-dark(rgb(255, 255, 255), rgb(18, 18, 18)); color: light-dark(rgb(33, 33, 33), rgb(209, 209, 209)); font-family: Inter, system-ui, -apple-system, &amp;quot;system-ui&amp;quot;, &amp;quot;Segoe UI&amp;quot;, Roboto, Oxygen, Ubuntu, Cantarell, &amp;quot;Fira Sans&amp;quot;, &amp;quot;Droid Sans&amp;quot;, Helvetica, Arial, sans-serif; text-align: left; white-space: pre-wrap;&quot;&gt;journalList&lt;br&gt;NOT CONTAINS&lt;/span&gt;&lt;/div&gt;&lt;span style=&quot;white-space: pre-wrap; color: rgb(33, 33, 33); font-family: Inter, system-ui, -apple-system, &amp;quot;system-ui&amp;quot;, &amp;quot;Segoe UI&amp;quot;, Roboto, Oxygen, Ubuntu, Cantarell, &amp;quot;Fira Sans&amp;quot;, &amp;quot;Droid Sans&amp;quot;, Helvetica, Arial, sans-serif; text-align: left; background-color: rgb(255, 255, 255);&quot;&gt;loan_application_id&lt;/span&gt;" vertex="1">
          <mxGeometry height="210" width="230" x="4189.5" y="1655" as="geometry" />
        </mxCell>
        <mxCell id="In8fDh9ZLN2M87an2Miy-78" edge="1" parent="1" source="In8fDh9ZLN2M87an2Miy-79" style="edgeStyle=orthogonalEdgeStyle;rounded=0;orthogonalLoop=1;jettySize=auto;html=1;" target="In8fDh9ZLN2M87an2Miy-80" value="">
          <mxGeometry relative="1" as="geometry" />
        </mxCell>
        <mxCell id="In8fDh9ZLN2M87an2Miy-79" parent="1" style="whiteSpace=wrap;html=1;" value="loan_application&lt;br&gt;success" vertex="1">
          <mxGeometry height="60" width="120" x="5616.37" y="1730" as="geometry" />
        </mxCell>
        <mxCell id="In8fDh9ZLN2M87an2Miy-132" edge="1" parent="1" source="In8fDh9ZLN2M87an2Miy-80" style="edgeStyle=orthogonalEdgeStyle;rounded=0;orthogonalLoop=1;jettySize=auto;html=1;" target="In8fDh9ZLN2M87an2Miy-131" value="">
          <mxGeometry relative="1" as="geometry" />
        </mxCell>
        <mxCell id="In8fDh9ZLN2M87an2Miy-80" parent="1" style="whiteSpace=wrap;html=1;" value="release &lt;br&gt;loan_limit.held_amount" vertex="1">
          <mxGeometry height="60" width="215" x="5568.87" y="1830" as="geometry" />
        </mxCell>
        <mxCell id="In8fDh9ZLN2M87an2Miy-95" edge="1" parent="1" source="In8fDh9ZLN2M87an2Miy-82" style="edgeStyle=orthogonalEdgeStyle;rounded=0;orthogonalLoop=1;jettySize=auto;html=1;" target="In8fDh9ZLN2M87an2Miy-94" value="">
          <mxGeometry relative="1" as="geometry" />
        </mxCell>
        <mxCell id="In8fDh9ZLN2M87an2Miy-82" parent="1" style="whiteSpace=wrap;html=1;" value="loan_application&lt;br&gt;next_retry_at = now + 5min" vertex="1">
          <mxGeometry height="60" width="170" x="5283.87" y="1890" as="geometry" />
        </mxCell>
        <mxCell id="In8fDh9ZLN2M87an2Miy-88" parent="1" style="whiteSpace=wrap;html=1;" value="create loan" vertex="1">
          <mxGeometry height="60" width="215" x="5568.87" y="2063.75" as="geometry" />
        </mxCell>
        <mxCell id="In8fDh9ZLN2M87an2Miy-94" parent="1" style="whiteSpace=wrap;html=1;" value="retry_count &amp;gt; 3&lt;br&gt;status = unknown" vertex="1">
          <mxGeometry height="60" width="120" x="5308.87" y="2010" as="geometry" />
        </mxCell>
        <mxCell id="In8fDh9ZLN2M87an2Miy-105" parent="1" style="rounded=0;whiteSpace=wrap;html=1;" value="Scheduler" vertex="1">
          <mxGeometry height="60" width="120" x="3119.5" y="1397.5" as="geometry" />
        </mxCell>
        <mxCell id="In8fDh9ZLN2M87an2Miy-127" edge="1" parent="1" source="In8fDh9ZLN2M87an2Miy-111" style="edgeStyle=orthogonalEdgeStyle;rounded=0;orthogonalLoop=1;jettySize=auto;html=1;" target="In8fDh9ZLN2M87an2Miy-126" value="">
          <mxGeometry relative="1" as="geometry" />
        </mxCell>
        <mxCell id="In8fDh9ZLN2M87an2Miy-135" edge="1" parent="1" source="In8fDh9ZLN2M87an2Miy-111" style="edgeStyle=orthogonalEdgeStyle;rounded=0;orthogonalLoop=1;jettySize=auto;html=1;entryX=0;entryY=0.5;entryDx=0;entryDy=0;" target="In8fDh9ZLN2M87an2Miy-222">
          <mxGeometry relative="1" as="geometry">
            <mxPoint x="4520" y="2280" as="targetPoint" />
          </mxGeometry>
        </mxCell>
        <mxCell id="In8fDh9ZLN2M87an2Miy-111" parent="1" style="rhombus;whiteSpace=wrap;html=1;" value="loan -&amp;gt; casa exists" vertex="1">
          <mxGeometry height="180" width="166.25" x="4219.5" y="2190" as="geometry" />
        </mxCell>
        <mxCell id="In8fDh9ZLN2M87an2Miy-113" parent="1" style="whiteSpace=wrap;html=1;" value="status = approved&lt;br&gt;processed_at = now&lt;br&gt;release held_amount&lt;br&gt;create loan" vertex="1">
          <mxGeometry height="72.5" width="130" x="5329.37" y="2243.75" as="geometry" />
        </mxCell>
        <mxCell id="In8fDh9ZLN2M87an2Miy-122" edge="1" parent="1" source="In8fDh9ZLN2M87an2Miy-118" style="edgeStyle=orthogonalEdgeStyle;rounded=0;orthogonalLoop=1;jettySize=auto;html=1;" target="In8fDh9ZLN2M87an2Miy-121" value="">
          <mxGeometry relative="1" as="geometry" />
        </mxCell>
        <mxCell id="In8fDh9ZLN2M87an2Miy-118" parent="1" style="whiteSpace=wrap;html=1;" value="row lock&lt;br&gt;loan_application" vertex="1">
          <mxGeometry height="60" width="120" x="4069.5" y="1402.5" as="geometry" />
        </mxCell>
        <mxCell id="In8fDh9ZLN2M87an2Miy-124" edge="1" parent="1" source="In8fDh9ZLN2M87an2Miy-121" style="edgeStyle=orthogonalEdgeStyle;rounded=0;orthogonalLoop=1;jettySize=auto;html=1;" target="In8fDh9ZLN2M87an2Miy-123" value="">
          <mxGeometry relative="1" as="geometry" />
        </mxCell>
        <mxCell id="In8fDh9ZLN2M87an2Miy-125" edge="1" parent="1" source="In8fDh9ZLN2M87an2Miy-121" style="edgeStyle=orthogonalEdgeStyle;rounded=0;orthogonalLoop=1;jettySize=auto;html=1;entryX=0.5;entryY=0;entryDx=0;entryDy=0;" target="In8fDh9ZLN2M87an2Miy-69">
          <mxGeometry relative="1" as="geometry" />
        </mxCell>
        <mxCell id="In8fDh9ZLN2M87an2Miy-121" parent="1" style="rhombus;whiteSpace=wrap;html=1;" value="processed_at &lt;br&gt;is not null" vertex="1">
          <mxGeometry height="115" width="110" x="4249.5" y="1375" as="geometry" />
        </mxCell>
        <mxCell id="In8fDh9ZLN2M87an2Miy-123" parent="1" style="whiteSpace=wrap;html=1;" value="skip processing" vertex="1">
          <mxGeometry height="60" width="120" x="4434.5" y="1402.5" as="geometry" />
        </mxCell>
        <mxCell id="In8fDh9ZLN2M87an2Miy-216" edge="1" parent="1" source="In8fDh9ZLN2M87an2Miy-126" style="edgeStyle=orthogonalEdgeStyle;rounded=0;orthogonalLoop=1;jettySize=auto;html=1;entryX=0.5;entryY=0;entryDx=0;entryDy=0;" target="In8fDh9ZLN2M87an2Miy-214">
          <mxGeometry relative="1" as="geometry" />
        </mxCell>
        <mxCell id="In8fDh9ZLN2M87an2Miy-126" parent="1" style="whiteSpace=wrap;html=1;" value="polaris&lt;br&gt;/loan/&lt;span style=&quot;white-space: pre-wrap; color: rgb(33, 33, 33); font-family: Inter, system-ui, -apple-system, &amp;quot;system-ui&amp;quot;, &amp;quot;Segoe UI&amp;quot;, Roboto, Oxygen, Ubuntu, Cantarell, &amp;quot;Fira Sans&amp;quot;, &amp;quot;Droid Sans&amp;quot;, Helvetica, Arial, sans-serif; text-align: left; background-color: rgb(255, 255, 255);&quot;&gt;grantLoanNonCash&lt;/span&gt;" vertex="1">
          <mxGeometry height="60" width="157.38" x="4223.93" y="2440" as="geometry" />
        </mxCell>
        <mxCell id="In8fDh9ZLN2M87an2Miy-130" parent="1" style="rounded=0;whiteSpace=wrap;html=1;fontSize=21;" value="WHERE TO TRIGGER CGW???" vertex="1">
          <mxGeometry height="290" width="450.63" x="5420" y="2815" as="geometry" />
        </mxCell>
        <mxCell id="In8fDh9ZLN2M87an2Miy-133" edge="1" parent="1" source="In8fDh9ZLN2M87an2Miy-131" style="edgeStyle=orthogonalEdgeStyle;rounded=0;orthogonalLoop=1;jettySize=auto;html=1;" target="In8fDh9ZLN2M87an2Miy-88" value="">
          <mxGeometry relative="1" as="geometry" />
        </mxCell>
        <mxCell id="In8fDh9ZLN2M87an2Miy-131" parent="1" style="whiteSpace=wrap;html=1;" value="processed_at = now" vertex="1">
          <mxGeometry height="60" width="120" x="5616.37" y="1942.5" as="geometry" />
        </mxCell>
        <mxCell id="In8fDh9ZLN2M87an2Miy-141" edge="1" parent="1" source="In8fDh9ZLN2M87an2Miy-134" style="edgeStyle=orthogonalEdgeStyle;rounded=0;orthogonalLoop=1;jettySize=auto;html=1;entryX=0;entryY=0.5;entryDx=0;entryDy=0;" target="In8fDh9ZLN2M87an2Miy-139">
          <mxGeometry relative="1" as="geometry" />
        </mxCell>
        <mxCell id="In8fDh9ZLN2M87an2Miy-145" edge="1" parent="1" source="In8fDh9ZLN2M87an2Miy-134" style="edgeStyle=orthogonalEdgeStyle;rounded=0;orthogonalLoop=1;jettySize=auto;html=1;" target="In8fDh9ZLN2M87an2Miy-144" value="">
          <mxGeometry relative="1" as="geometry" />
        </mxCell>
        <mxCell id="In8fDh9ZLN2M87an2Miy-134" parent="1" style="rhombus;whiteSpace=wrap;html=1;" value="casa -&amp;gt; domestic (CGW)&lt;br&gt;exists?" vertex="1">
          <mxGeometry height="180" width="190" x="4860" y="2190" as="geometry" />
        </mxCell>
        <mxCell id="In8fDh9ZLN2M87an2Miy-142" edge="1" parent="1" source="In8fDh9ZLN2M87an2Miy-139" style="edgeStyle=orthogonalEdgeStyle;rounded=0;orthogonalLoop=1;jettySize=auto;html=1;entryX=0;entryY=0.5;entryDx=0;entryDy=0;" target="In8fDh9ZLN2M87an2Miy-113">
          <mxGeometry relative="1" as="geometry" />
        </mxCell>
        <mxCell id="In8fDh9ZLN2M87an2Miy-227" edge="1" parent="1" source="In8fDh9ZLN2M87an2Miy-139" style="edgeStyle=orthogonalEdgeStyle;rounded=0;orthogonalLoop=1;jettySize=auto;html=1;entryX=1;entryY=0.5;entryDx=0;entryDy=0;" target="In8fDh9ZLN2M87an2Miy-225">
          <mxGeometry relative="1" as="geometry">
            <Array as="points">
              <mxPoint x="5196" y="2460" />
            </Array>
          </mxGeometry>
        </mxCell>
        <mxCell id="In8fDh9ZLN2M87an2Miy-139" parent="1" style="rhombus;whiteSpace=wrap;html=1;" value="casa -&amp;gt; domestic (CGW)&lt;br&gt;amount match" vertex="1">
          <mxGeometry height="180" width="172.5" x="5110" y="2190" as="geometry" />
        </mxCell>
        <mxCell id="In8fDh9ZLN2M87an2Miy-147" edge="1" parent="1" source="In8fDh9ZLN2M87an2Miy-144" style="edgeStyle=orthogonalEdgeStyle;rounded=0;orthogonalLoop=1;jettySize=auto;html=1;" target="In8fDh9ZLN2M87an2Miy-146" value="">
          <mxGeometry relative="1" as="geometry" />
        </mxCell>
        <mxCell id="In8fDh9ZLN2M87an2Miy-144" parent="1" style="whiteSpace=wrap;html=1;" value="Trigger CGW" vertex="1">
          <mxGeometry height="60" width="120" x="4895" y="2510" as="geometry" />
        </mxCell>
        <mxCell id="In8fDh9ZLN2M87an2Miy-148" edge="1" parent="1" source="In8fDh9ZLN2M87an2Miy-146" style="edgeStyle=orthogonalEdgeStyle;rounded=0;orthogonalLoop=1;jettySize=auto;html=1;entryX=0.5;entryY=1;entryDx=0;entryDy=0;" target="In8fDh9ZLN2M87an2Miy-113">
          <mxGeometry relative="1" as="geometry" />
        </mxCell>
        <mxCell id="In8fDh9ZLN2M87an2Miy-150" edge="1" parent="1" source="In8fDh9ZLN2M87an2Miy-146" style="edgeStyle=orthogonalEdgeStyle;rounded=0;orthogonalLoop=1;jettySize=auto;html=1;" target="In8fDh9ZLN2M87an2Miy-149" value="">
          <mxGeometry relative="1" as="geometry" />
        </mxCell>
        <mxCell id="In8fDh9ZLN2M87an2Miy-146" parent="1" style="rhombus;whiteSpace=wrap;html=1;" value="200" vertex="1">
          <mxGeometry height="80" width="80" x="5115" y="2500" as="geometry" />
        </mxCell>
        <mxCell id="In8fDh9ZLN2M87an2Miy-149" parent="1" style="whiteSpace=wrap;html=1;" value="next_retry_at = now + 5min" vertex="1">
          <mxGeometry height="60" width="155" x="5077.5" y="2650" as="geometry" />
        </mxCell>
        <mxCell id="In8fDh9ZLN2M87an2Miy-176" edge="1" parent="1" source="In8fDh9ZLN2M87an2Miy-152" style="edgeStyle=orthogonalEdgeStyle;rounded=0;orthogonalLoop=1;jettySize=auto;html=1;" target="In8fDh9ZLN2M87an2Miy-175" value="">
          <mxGeometry relative="1" as="geometry" />
        </mxCell>
        <mxCell id="In8fDh9ZLN2M87an2Miy-244" edge="1" parent="1" source="In8fDh9ZLN2M87an2Miy-152" style="edgeStyle=orthogonalEdgeStyle;rounded=0;orthogonalLoop=1;jettySize=auto;html=1;entryX=0;entryY=0.5;entryDx=0;entryDy=0;" target="In8fDh9ZLN2M87an2Miy-162">
          <mxGeometry relative="1" as="geometry" />
        </mxCell>
        <mxCell id="In8fDh9ZLN2M87an2Miy-152" parent="1" style="rhombus;whiteSpace=wrap;html=1;" value="loan_application.amount &amp;lt;= line.available_amount" vertex="1">
          <mxGeometry height="190" width="230" x="1000" y="1040" as="geometry" />
        </mxCell>
        <mxCell id="In8fDh9ZLN2M87an2Miy-158" edge="1" parent="1" source="In8fDh9ZLN2M87an2Miy-247" style="edgeStyle=orthogonalEdgeStyle;rounded=0;orthogonalLoop=1;jettySize=auto;html=1;entryX=0;entryY=0.5;entryDx=0;entryDy=0;exitX=0.989;exitY=0.096;exitDx=0;exitDy=0;exitPerimeter=0;" target="In8fDh9ZLN2M87an2Miy-157">
          <mxGeometry relative="1" as="geometry">
            <mxPoint x="2300" y="1137.5714285714284" as="sourcePoint" />
          </mxGeometry>
        </mxCell>
        <mxCell id="In8fDh9ZLN2M87an2Miy-177" edge="1" parent="1" style="edgeStyle=orthogonalEdgeStyle;rounded=0;orthogonalLoop=1;jettySize=auto;html=1;entryX=0;entryY=0.5;entryDx=0;entryDy=0;">
          <mxGeometry relative="1" as="geometry">
            <Array as="points">
              <mxPoint x="2410" y="1165" />
              <mxPoint x="2410" y="1425" />
            </Array>
            <mxPoint x="2400" y="1165" as="sourcePoint" />
            <mxPoint x="3119.5" y="1425" as="targetPoint" />
          </mxGeometry>
        </mxCell>
        <mxCell id="In8fDh9ZLN2M87an2Miy-192" connectable="0" parent="In8fDh9ZLN2M87an2Miy-177" style="edgeLabel;html=1;align=center;verticalAlign=middle;resizable=0;points=[];" value="return warning?,&lt;br&gt;row is not scheduler&#39;s task&lt;div&gt;&lt;br&gt;&lt;/div&gt;" vertex="1">
          <mxGeometry relative="1" x="-0.7641" as="geometry">
            <mxPoint y="1" as="offset" />
          </mxGeometry>
        </mxCell>
        <mxCell id="In8fDh9ZLN2M87an2Miy-157" parent="1" style="rhombus;whiteSpace=wrap;html=1;" value="all&lt;br&gt;200" vertex="1">
          <mxGeometry height="80" width="80" x="2370" y="1097.5" as="geometry" />
        </mxCell>
        <mxCell id="In8fDh9ZLN2M87an2Miy-243" edge="1" parent="1" source="In8fDh9ZLN2M87an2Miy-161" style="edgeStyle=orthogonalEdgeStyle;rounded=0;orthogonalLoop=1;jettySize=auto;html=1;entryX=0;entryY=0.5;entryDx=0;entryDy=0;" target="In8fDh9ZLN2M87an2Miy-152">
          <mxGeometry relative="1" as="geometry" />
        </mxCell>
        <mxCell id="In8fDh9ZLN2M87an2Miy-161" parent="1" style="rounded=0;whiteSpace=wrap;html=1;" value="loan account row lock" vertex="1">
          <mxGeometry height="60" width="145" x="735" y="1105" as="geometry" />
        </mxCell>
        <mxCell id="In8fDh9ZLN2M87an2Miy-165" edge="1" parent="1" source="In8fDh9ZLN2M87an2Miy-162" style="edgeStyle=orthogonalEdgeStyle;rounded=0;orthogonalLoop=1;jettySize=auto;html=1;" target="In8fDh9ZLN2M87an2Miy-12">
          <mxGeometry relative="1" as="geometry" />
        </mxCell>
        <mxCell id="In8fDh9ZLN2M87an2Miy-162" parent="1" style="rounded=0;whiteSpace=wrap;html=1;" value="&lt;span style=&quot;font-weight: 700; text-align: left;&quot;&gt;ROWLOCK - loan_limits.held_amount += amount&lt;/span&gt;" vertex="1">
          <mxGeometry height="60" width="215" x="1345" y="1105" as="geometry" />
        </mxCell>
        <mxCell id="In8fDh9ZLN2M87an2Miy-184" edge="1" parent="1" source="In8fDh9ZLN2M87an2Miy-166" style="edgeStyle=orthogonalEdgeStyle;rounded=0;orthogonalLoop=1;jettySize=auto;html=1;" target="In8fDh9ZLN2M87an2Miy-183" value="">
          <mxGeometry relative="1" as="geometry" />
        </mxCell>
        <mxCell id="In8fDh9ZLN2M87an2Miy-166" parent="1" style="swimlane;fontStyle=0;childLayout=stackLayout;horizontal=1;startSize=30;horizontalStack=0;resizeParent=1;resizeParentMax=0;resizeLast=0;collapsible=1;marginBottom=0;whiteSpace=wrap;html=1;" value="Loan issued" vertex="1">
          <mxGeometry height="150" width="210" x="2590" y="1115" as="geometry" />
        </mxCell>
        <mxCell id="In8fDh9ZLN2M87an2Miy-167" parent="In8fDh9ZLN2M87an2Miy-166" style="text;strokeColor=none;fillColor=none;align=left;verticalAlign=middle;spacingLeft=4;spacingRight=4;overflow=hidden;points=[[0,0.5],[1,0.5]];portConstraint=eastwest;rotatable=0;whiteSpace=wrap;html=1;" value="loan_application = approved" vertex="1">
          <mxGeometry height="30" width="210" y="30" as="geometry" />
        </mxCell>
        <mxCell id="In8fDh9ZLN2M87an2Miy-168" parent="In8fDh9ZLN2M87an2Miy-166" style="text;strokeColor=none;fillColor=none;align=left;verticalAlign=middle;spacingLeft=4;spacingRight=4;overflow=hidden;points=[[0,0.5],[1,0.5]];portConstraint=eastwest;rotatable=0;whiteSpace=wrap;html=1;" value="create loan" vertex="1">
          <mxGeometry height="30" width="210" y="60" as="geometry" />
        </mxCell>
        <mxCell id="In8fDh9ZLN2M87an2Miy-169" parent="In8fDh9ZLN2M87an2Miy-166" style="text;strokeColor=none;fillColor=none;align=left;verticalAlign=middle;spacingLeft=4;spacingRight=4;overflow=hidden;points=[[0,0.5],[1,0.5]];portConstraint=eastwest;rotatable=0;whiteSpace=wrap;html=1;" value="release lock" vertex="1">
          <mxGeometry height="30" width="210" y="90" as="geometry" />
        </mxCell>
        <mxCell id="In8fDh9ZLN2M87an2Miy-191" parent="In8fDh9ZLN2M87an2Miy-166" style="text;strokeColor=none;fillColor=none;align=left;verticalAlign=middle;spacingLeft=4;spacingRight=4;overflow=hidden;points=[[0,0.5],[1,0.5]];portConstraint=eastwest;rotatable=0;whiteSpace=wrap;html=1;" value="processed_at = now" vertex="1">
          <mxGeometry height="30" width="210" y="120" as="geometry" />
        </mxCell>
        <mxCell id="In8fDh9ZLN2M87an2Miy-170" edge="1" parent="1" source="In8fDh9ZLN2M87an2Miy-157" style="edgeStyle=orthogonalEdgeStyle;rounded=0;orthogonalLoop=1;jettySize=auto;html=1;entryX=0.003;entryY=0.156;entryDx=0;entryDy=0;entryPerimeter=0;" target="In8fDh9ZLN2M87an2Miy-166">
          <mxGeometry relative="1" as="geometry" />
        </mxCell>
        <mxCell id="In8fDh9ZLN2M87an2Miy-174" parent="1" style="text;html=1;whiteSpace=wrap;strokeColor=none;fillColor=none;align=center;verticalAlign=middle;rounded=0;" value="&lt;div style=&quot;background-color:#ffffff;color:#080808&quot;&gt;&lt;pre style=&quot;font-family:&#39;JetBrains Mono&#39;,monospace;font-size:9.8pt;&quot;&gt;&lt;span style=&quot;color:#9e880d;&quot;&gt;@Transactional&lt;/span&gt;(propagation = &lt;span style=&quot;color:#000000;&quot;&gt;Propagation&lt;/span&gt;.&lt;span style=&quot;color:#871094;font-style:italic;&quot;&gt;REQUIRES_NEW&lt;/span&gt;)&lt;/pre&gt;&lt;/div&gt;" vertex="1">
          <mxGeometry height="30" width="240" x="1010" y="980" as="geometry" />
        </mxCell>
        <mxCell id="In8fDh9ZLN2M87an2Miy-175" parent="1" style="whiteSpace=wrap;html=1;" value="Rollback, return error" vertex="1">
          <mxGeometry height="60" width="132.5" x="1048.75" y="1352.5" as="geometry" />
        </mxCell>
        <mxCell id="In8fDh9ZLN2M87an2Miy-186" edge="1" parent="1" source="In8fDh9ZLN2M87an2Miy-183" style="edgeStyle=orthogonalEdgeStyle;rounded=0;orthogonalLoop=1;jettySize=auto;html=1;" target="In8fDh9ZLN2M87an2Miy-185" value="">
          <mxGeometry relative="1" as="geometry" />
        </mxCell>
        <mxCell id="In8fDh9ZLN2M87an2Miy-187" edge="1" parent="1" source="In8fDh9ZLN2M87an2Miy-183" style="edgeStyle=orthogonalEdgeStyle;rounded=0;orthogonalLoop=1;jettySize=auto;html=1;" target="In8fDh9ZLN2M87an2Miy-105">
          <mxGeometry relative="1" as="geometry">
            <Array as="points">
              <mxPoint x="2995" y="1427" />
            </Array>
          </mxGeometry>
        </mxCell>
        <mxCell id="In8fDh9ZLN2M87an2Miy-195" connectable="0" parent="In8fDh9ZLN2M87an2Miy-187" style="edgeLabel;html=1;align=center;verticalAlign=middle;resizable=0;points=[];" value="return warning?,&lt;br&gt;row is not scheduler&#39;s task&lt;div&gt;&lt;br&gt;&lt;/div&gt;" vertex="1">
          <mxGeometry relative="1" x="-0.5656" y="1" as="geometry">
            <mxPoint as="offset" />
          </mxGeometry>
        </mxCell>
        <mxCell id="In8fDh9ZLN2M87an2Miy-183" parent="1" style="rhombus;whiteSpace=wrap;html=1;fontStyle=0;startSize=30;horizontal=1;" value="db transaction success?" vertex="1">
          <mxGeometry height="135" width="130" x="2930" y="1122.5" as="geometry" />
        </mxCell>
        <mxCell id="In8fDh9ZLN2M87an2Miy-185" parent="1" style="whiteSpace=wrap;html=1;fontStyle=0;startSize=30;horizontal=1;" value="return success to client" vertex="1">
          <mxGeometry height="60" width="120" x="3145" y="1160" as="geometry" />
        </mxCell>
        <mxCell id="In8fDh9ZLN2M87an2Miy-189" parent="1" style="text;html=1;whiteSpace=wrap;strokeColor=none;fillColor=none;align=center;verticalAlign=middle;rounded=0;fontSize=26;" value="&lt;div style=&quot;background-color:#ffffff;color:#080808&quot;&gt;&lt;pre style=&quot;font-family: &amp;quot;JetBrains Mono&amp;quot;, monospace;&quot;&gt;&lt;span style=&quot;color:#9e880d;&quot;&gt;@Transactional&lt;/span&gt;(propagation = &lt;span style=&quot;color:#000000;&quot;&gt;Propagation&lt;/span&gt;.&lt;span style=&quot;color:#871094;font-style:italic;&quot;&gt;REQUIRES_NEW&lt;/span&gt;)&lt;/pre&gt;&lt;/div&gt;" vertex="1">
          <mxGeometry height="30" width="240" x="4918.87" y="1265" as="geometry" />
        </mxCell>
        <mxCell id="In8fDh9ZLN2M87an2Miy-198" parent="1" style="text;html=1;whiteSpace=wrap;strokeColor=none;fillColor=none;align=center;verticalAlign=middle;rounded=0;fontSize=32;" value="BNPL request flow" vertex="1">
          <mxGeometry height="30" width="470" x="-80" y="2930" as="geometry" />
        </mxCell>
        <mxCell id="In8fDh9ZLN2M87an2Miy-199" edge="1" parent="1" source="In8fDh9ZLN2M87an2Miy-200" style="edgeStyle=orthogonalEdgeStyle;rounded=0;orthogonalLoop=1;jettySize=auto;html=1;" target="In8fDh9ZLN2M87an2Miy-202" value="">
          <mxGeometry relative="1" as="geometry" />
        </mxCell>
        <mxCell id="In8fDh9ZLN2M87an2Miy-200" parent="1" style="shape=umlActor;verticalLabelPosition=bottom;verticalAlign=top;html=1;outlineConnect=0;" value="Actor" vertex="1">
          <mxGeometry height="60" width="30" x="20" y="3135" as="geometry" />
        </mxCell>
        <mxCell id="In8fDh9ZLN2M87an2Miy-201" edge="1" parent="1" source="In8fDh9ZLN2M87an2Miy-202" style="edgeStyle=orthogonalEdgeStyle;rounded=0;orthogonalLoop=1;jettySize=auto;html=1;entryX=0.011;entryY=0.06;entryDx=0;entryDy=0;entryPerimeter=0;" target="In8fDh9ZLN2M87an2Miy-209" value="">
          <mxGeometry relative="1" as="geometry">
            <mxPoint x="440" y="3165" as="targetPoint" />
          </mxGeometry>
        </mxCell>
        <mxCell id="In8fDh9ZLN2M87an2Miy-202" parent="1" style="whiteSpace=wrap;html=1;verticalAlign=top;" value="&lt;div&gt;&lt;br&gt;&lt;/div&gt;&lt;div&gt;One tap loan&lt;/div&gt;" vertex="1">
          <mxGeometry height="60" width="120" x="230" y="3135" as="geometry" />
        </mxCell>
        <mxCell id="In8fDh9ZLN2M87an2Miy-203" edge="1" parent="1" source="In8fDh9ZLN2M87an2Miy-205" style="edgeStyle=orthogonalEdgeStyle;rounded=0;orthogonalLoop=1;jettySize=auto;html=1;" target="In8fDh9ZLN2M87an2Miy-206" value="">
          <mxGeometry relative="1" as="geometry" />
        </mxCell>
        <mxCell id="In8fDh9ZLN2M87an2Miy-204" connectable="0" parent="In8fDh9ZLN2M87an2Miy-203" style="edgeLabel;html=1;align=center;verticalAlign=middle;resizable=0;points=[];" value="0" vertex="1">
          <mxGeometry relative="1" x="-0.2091" y="-1" as="geometry">
            <mxPoint as="offset" />
          </mxGeometry>
        </mxCell>
        <mxCell id="In8fDh9ZLN2M87an2Miy-213" edge="1" parent="1" source="In8fDh9ZLN2M87an2Miy-205" style="edgeStyle=orthogonalEdgeStyle;rounded=0;orthogonalLoop=1;jettySize=auto;html=1;" target="In8fDh9ZLN2M87an2Miy-212" value="">
          <mxGeometry relative="1" as="geometry" />
        </mxCell>
        <mxCell id="In8fDh9ZLN2M87an2Miy-205" parent="1" style="rhombus;whiteSpace=wrap;html=1;verticalAlign=top;" value="&lt;br&gt;&lt;br&gt;&lt;div&gt;&lt;br&gt;&lt;/div&gt;&lt;div&gt;Loan validation&lt;br&gt;success&lt;/div&gt;" vertex="1">
          <mxGeometry height="120" width="140" x="720" y="3105" as="geometry" />
        </mxCell>
        <mxCell id="In8fDh9ZLN2M87an2Miy-206" parent="1" style="whiteSpace=wrap;html=1;verticalAlign=middle;" value="Return err message" vertex="1">
          <mxGeometry height="60" width="120" x="730" y="3305" as="geometry" />
        </mxCell>
        <mxCell id="In8fDh9ZLN2M87an2Miy-207" edge="1" parent="1" source="In8fDh9ZLN2M87an2Miy-208" style="edgeStyle=orthogonalEdgeStyle;rounded=0;orthogonalLoop=1;jettySize=auto;html=1;entryX=0;entryY=0.5;entryDx=0;entryDy=0;" target="In8fDh9ZLN2M87an2Miy-205">
          <mxGeometry relative="1" as="geometry" />
        </mxCell>
        <mxCell id="In8fDh9ZLN2M87an2Miy-208" parent="1" style="swimlane;fontStyle=0;childLayout=stackLayout;horizontal=1;startSize=30;horizontalStack=0;resizeParent=1;resizeParentMax=0;resizeLast=0;collapsible=1;marginBottom=0;whiteSpace=wrap;html=1;" value="Validations" vertex="1">
          <mxGeometry height="120" width="140" x="460" y="3135" as="geometry" />
        </mxCell>
        <mxCell id="In8fDh9ZLN2M87an2Miy-209" parent="In8fDh9ZLN2M87an2Miy-208" style="text;strokeColor=none;fillColor=none;align=left;verticalAlign=middle;spacingLeft=4;spacingRight=4;overflow=hidden;points=[[0,0.5],[1,0.5]];portConstraint=eastwest;rotatable=0;whiteSpace=wrap;html=1;" value="user status" vertex="1">
          <mxGeometry height="30" width="140" y="30" as="geometry" />
        </mxCell>
        <mxCell id="In8fDh9ZLN2M87an2Miy-210" parent="In8fDh9ZLN2M87an2Miy-208" style="text;strokeColor=none;fillColor=none;align=left;verticalAlign=middle;spacingLeft=4;spacingRight=4;overflow=hidden;points=[[0,0.5],[1,0.5]];portConstraint=eastwest;rotatable=0;whiteSpace=wrap;html=1;" value="kyc status" vertex="1">
          <mxGeometry height="30" width="140" y="60" as="geometry" />
        </mxCell>
        <mxCell id="In8fDh9ZLN2M87an2Miy-211" parent="In8fDh9ZLN2M87an2Miy-208" style="text;strokeColor=none;fillColor=none;align=left;verticalAlign=middle;spacingLeft=4;spacingRight=4;overflow=hidden;points=[[0,0.5],[1,0.5]];portConstraint=eastwest;rotatable=0;whiteSpace=wrap;html=1;" value="loan limit status" vertex="1">
          <mxGeometry height="30" width="140" y="90" as="geometry" />
        </mxCell>
        <mxCell id="In8fDh9ZLN2M87an2Miy-212" parent="1" style="whiteSpace=wrap;html=1;verticalAlign=middle;" value="Same as one-tap ??" vertex="1">
          <mxGeometry height="60" width="120" x="950" y="3135" as="geometry" />
        </mxCell>
        <mxCell id="In8fDh9ZLN2M87an2Miy-218" edge="1" parent="1" source="In8fDh9ZLN2M87an2Miy-214" style="edgeStyle=orthogonalEdgeStyle;rounded=0;orthogonalLoop=1;jettySize=auto;html=1;entryX=0;entryY=0.5;entryDx=0;entryDy=0;" target="In8fDh9ZLN2M87an2Miy-134">
          <mxGeometry relative="1" as="geometry">
            <Array as="points">
              <mxPoint x="4860" y="2630" />
            </Array>
          </mxGeometry>
        </mxCell>
        <mxCell id="In8fDh9ZLN2M87an2Miy-221" edge="1" parent="1" source="In8fDh9ZLN2M87an2Miy-214" style="edgeStyle=orthogonalEdgeStyle;rounded=0;orthogonalLoop=1;jettySize=auto;html=1;entryX=0;entryY=0.5;entryDx=0;entryDy=0;" target="In8fDh9ZLN2M87an2Miy-149">
          <mxGeometry relative="1" as="geometry">
            <Array as="points">
              <mxPoint x="4303" y="2680" />
            </Array>
          </mxGeometry>
        </mxCell>
        <mxCell id="In8fDh9ZLN2M87an2Miy-214" parent="1" style="rhombus;whiteSpace=wrap;html=1;" value="200" vertex="1">
          <mxGeometry height="80" width="80" x="4262.62" y="2590" as="geometry" />
        </mxCell>
        <mxCell id="In8fDh9ZLN2M87an2Miy-223" edge="1" parent="1" source="In8fDh9ZLN2M87an2Miy-222" style="edgeStyle=orthogonalEdgeStyle;rounded=0;orthogonalLoop=1;jettySize=auto;html=1;" target="In8fDh9ZLN2M87an2Miy-134">
          <mxGeometry relative="1" as="geometry" />
        </mxCell>
        <mxCell id="In8fDh9ZLN2M87an2Miy-226" edge="1" parent="1" source="In8fDh9ZLN2M87an2Miy-222" style="edgeStyle=orthogonalEdgeStyle;rounded=0;orthogonalLoop=1;jettySize=auto;html=1;" target="In8fDh9ZLN2M87an2Miy-225" value="">
          <mxGeometry relative="1" as="geometry" />
        </mxCell>
        <mxCell id="In8fDh9ZLN2M87an2Miy-222" parent="1" style="rhombus;whiteSpace=wrap;html=1;" value="loan -&amp;gt; casa &lt;br&gt;amount match" vertex="1">
          <mxGeometry height="156.25" width="155" x="4561.37" y="2201.88" as="geometry" />
        </mxCell>
        <mxCell id="In8fDh9ZLN2M87an2Miy-225" parent="1" style="whiteSpace=wrap;html=1;" value="status = manual_review??" vertex="1">
          <mxGeometry height="60" width="120" x="4578.87" y="2429.995" as="geometry" />
        </mxCell>
        <mxCell id="In8fDh9ZLN2M87an2Miy-234" edge="1" parent="1" source="In8fDh9ZLN2M87an2Miy-228" style="edgeStyle=orthogonalEdgeStyle;rounded=0;orthogonalLoop=1;jettySize=auto;html=1;" target="In8fDh9ZLN2M87an2Miy-233" value="">
          <mxGeometry relative="1" as="geometry" />
        </mxCell>
        <mxCell id="In8fDh9ZLN2M87an2Miy-245" edge="1" parent="1" source="In8fDh9ZLN2M87an2Miy-228" style="edgeStyle=orthogonalEdgeStyle;rounded=0;orthogonalLoop=1;jettySize=auto;html=1;entryX=0;entryY=0.5;entryDx=0;entryDy=0;" target="In8fDh9ZLN2M87an2Miy-161">
          <mxGeometry relative="1" as="geometry" />
        </mxCell>
        <mxCell id="In8fDh9ZLN2M87an2Miy-228" parent="1" style="rhombus;whiteSpace=wrap;html=1;" value="Polaris&lt;br&gt;/line/&lt;span style=&quot;color: rgb(33, 33, 33); font-family: Inter, system-ui, -apple-system, &amp;quot;system-ui&amp;quot;, &amp;quot;Segoe UI&amp;quot;, Roboto, Oxygen, Ubuntu, Cantarell, &amp;quot;Fira Sans&amp;quot;, &amp;quot;Droid Sans&amp;quot;, Helvetica, Arial, sans-serif; text-align: left; white-space: pre-wrap; background-color: rgb(255, 255, 255);&quot;&gt;getAccountDetail&lt;/span&gt;&lt;br&gt;200" vertex="1">
          <mxGeometry height="225" width="260" x="190" y="1020" as="geometry" />
        </mxCell>
        <mxCell id="In8fDh9ZLN2M87an2Miy-236" edge="1" parent="1" source="In8fDh9ZLN2M87an2Miy-233" style="edgeStyle=orthogonalEdgeStyle;rounded=0;orthogonalLoop=1;jettySize=auto;html=1;" target="In8fDh9ZLN2M87an2Miy-235" value="">
          <mxGeometry relative="1" as="geometry" />
        </mxCell>
        <mxCell id="In8fDh9ZLN2M87an2Miy-242" edge="1" parent="1" source="In8fDh9ZLN2M87an2Miy-233" style="edgeStyle=orthogonalEdgeStyle;rounded=0;orthogonalLoop=1;jettySize=auto;html=1;entryX=0;entryY=0.5;entryDx=0;entryDy=0;" target="In8fDh9ZLN2M87an2Miy-241" value="">
          <mxGeometry relative="1" as="geometry">
            <mxPoint x="390" y="1372.5" as="targetPoint" />
          </mxGeometry>
        </mxCell>
        <mxCell id="In8fDh9ZLN2M87an2Miy-233" parent="1" style="rhombus;whiteSpace=wrap;html=1;" value="501" vertex="1">
          <mxGeometry height="80" width="80" x="280" y="1332.5" as="geometry" />
        </mxCell>
        <mxCell id="In8fDh9ZLN2M87an2Miy-238" edge="1" parent="1" source="In8fDh9ZLN2M87an2Miy-235" style="edgeStyle=orthogonalEdgeStyle;rounded=0;orthogonalLoop=1;jettySize=auto;html=1;entryX=0;entryY=0.5;entryDx=0;entryDy=0;" target="In8fDh9ZLN2M87an2Miy-237" value="">
          <mxGeometry relative="1" as="geometry">
            <mxPoint x="460" y="1555" as="targetPoint" />
          </mxGeometry>
        </mxCell>
        <mxCell id="In8fDh9ZLN2M87an2Miy-240" edge="1" parent="1" source="In8fDh9ZLN2M87an2Miy-235" style="edgeStyle=orthogonalEdgeStyle;rounded=0;orthogonalLoop=1;jettySize=auto;html=1;" target="In8fDh9ZLN2M87an2Miy-239" value="">
          <mxGeometry relative="1" as="geometry" />
        </mxCell>
        <mxCell id="In8fDh9ZLN2M87an2Miy-235" parent="1" style="rhombus;whiteSpace=wrap;html=1;" value="timeout, http err" vertex="1">
          <mxGeometry height="125" width="120" x="260" y="1492.5" as="geometry" />
        </mxCell>
        <mxCell id="In8fDh9ZLN2M87an2Miy-237" parent="1" style="whiteSpace=wrap;html=1;" value="return err msg&lt;br&gt;try again" vertex="1">
          <mxGeometry height="60" width="120" x="480" y="1525" as="geometry" />
        </mxCell>
        <mxCell id="In8fDh9ZLN2M87an2Miy-239" parent="1" style="whiteSpace=wrap;html=1;" value="return err msg&lt;br&gt;try again?" vertex="1">
          <mxGeometry height="60" width="120" x="260" y="1730" as="geometry" />
        </mxCell>
        <mxCell id="In8fDh9ZLN2M87an2Miy-241" parent="1" style="whiteSpace=wrap;html=1;" value="return err msg" vertex="1">
          <mxGeometry height="60" width="120" x="460" y="1345" as="geometry" />
        </mxCell>
        <mxCell id="In8fDh9ZLN2M87an2Miy-247" parent="1" style="swimlane;fontStyle=0;childLayout=stackLayout;horizontal=1;startSize=30;horizontalStack=0;resizeParent=1;resizeParentMax=0;resizeLast=0;collapsible=1;marginBottom=0;whiteSpace=wrap;html=1;" value="Call Polaris APIs in order:" vertex="1">
-           <mxGeometry height="210" width="210" x="2090" y="1115" as="geometry" />
-         </mxCell>
-         <mxCell id="In8fDh9ZLN2M87an2Miy-248" parent="In8fDh9ZLN2M87an2Miy-247" style="text;strokeColor=none;fillColor=none;align=left;verticalAlign=middle;spacingLeft=4;spacingRight=4;overflow=hidden;points=[[0,0.5],[1,0.5]];portConstraint=eastwest;rotatable=0;whiteSpace=wrap;html=1;" value="&lt;span style=&quot;text-align: center;&quot;&gt;/loan/createAccount&lt;/span&gt;" vertex="1">
-           <mxGeometry height="30" width="210" y="30" as="geometry" />
-         </mxCell>
-         <mxCell id="In8fDh9ZLN2M87an2Miy-250" parent="In8fDh9ZLN2M87an2Miy-247" style="text;strokeColor=none;fillColor=none;align=left;verticalAlign=middle;spacingLeft=4;spacingRight=4;overflow=hidden;points=[[0,0.5],[1,0.5]];portConstraint=eastwest;rotatable=0;whiteSpace=wrap;html=1;" value="&lt;span style=&quot;text-align: center;&quot;&gt;/loan/&lt;/span&gt;&lt;span style=&quot;background-color: rgb(252, 246, 219); color: rgb(0, 0, 0); font-family: &amp;quot;Anonymous Pro&amp;quot;, Menlo, Consolas, &amp;quot;Bitstream Vera Sans Mono&amp;quot;, &amp;quot;Courier New&amp;quot;, monospace; font-size: 0.9em;&quot;&gt;createNrsSchedule&lt;/span&gt;" vertex="1">
-           <mxGeometry height="30" width="210" y="60" as="geometry" />
-         </mxCell>
-         <mxCell id="In8fDh9ZLN2M87an2Miy-257" parent="In8fDh9ZLN2M87an2Miy-247" style="text;strokeColor=none;fillColor=none;align=left;verticalAlign=middle;spacingLeft=4;spacingRight=4;overflow=hidden;points=[[0,0.5],[1,0.5]];portConstraint=eastwest;rotatable=0;whiteSpace=wrap;html=1;" value="&lt;span style=&quot;text-align: center;&quot;&gt;/loan/openAccount&lt;/span&gt;" vertex="1">
-           <mxGeometry height="30" width="210" y="90" as="geometry" />
-         </mxCell>
-         <mxCell id="In8fDh9ZLN2M87an2Miy-251" parent="In8fDh9ZLN2M87an2Miy-247" style="text;strokeColor=none;fillColor=none;align=left;verticalAlign=middle;spacingLeft=4;spacingRight=4;overflow=hidden;points=[[0,0.5],[1,0.5]];portConstraint=eastwest;rotatable=0;whiteSpace=wrap;html=1;" value="&lt;span style=&quot;font-family: &amp;quot;Anonymous Pro&amp;quot;, Menlo, Consolas, &amp;quot;Bitstream Vera Sans Mono&amp;quot;, &amp;quot;Courier New&amp;quot;, monospace; font-size: 10.8px; white-space: pre-wrap;&quot;&gt;&lt;font style=&quot;color: light-dark(rgb(237, 237, 237), rgb(255, 255, 255));&quot;&gt;/line/linkLineAccountToLoan&lt;/font&gt;&lt;/span&gt;" vertex="1">
-           <mxGeometry height="30" width="210" y="120" as="geometry" />
-         </mxCell>
-         <mxCell id="In8fDh9ZLN2M87an2Miy-256" parent="In8fDh9ZLN2M87an2Miy-247" style="text;strokeColor=none;fillColor=none;align=left;verticalAlign=middle;spacingLeft=4;spacingRight=4;overflow=hidden;points=[[0,0.5],[1,0.5]];portConstraint=eastwest;rotatable=0;whiteSpace=wrap;html=1;" value="&lt;span style=&quot;text-align: center;&quot;&gt;/loan/&lt;/span&gt;&lt;span style=&quot;white-space: pre-wrap; color: rgb(33, 33, 33); font-family: Inter, system-ui, -apple-system, &amp;quot;system-ui&amp;quot;, &amp;quot;Segoe UI&amp;quot;, Roboto, Oxygen, Ubuntu, Cantarell, &amp;quot;Fira Sans&amp;quot;, &amp;quot;Droid Sans&amp;quot;, Helvetica, Arial, sans-serif; background-color: rgb(255, 255, 255);&quot;&gt;grantLoanNonCash&lt;/span&gt;" vertex="1">
-           <mxGeometry height="30" width="210" y="150" as="geometry" />
-         </mxCell>
-         <mxCell id="In8fDh9ZLN2M87an2Miy-255" parent="In8fDh9ZLN2M87an2Miy-247" style="text;strokeColor=none;fillColor=none;align=left;verticalAlign=middle;spacingLeft=4;spacingRight=4;overflow=hidden;points=[[0,0.5],[1,0.5]];portConstraint=eastwest;rotatable=0;whiteSpace=wrap;html=1;" value="&lt;font face=&quot;Inter, system-ui, -apple-system, system-ui, Segoe UI, Roboto, Oxygen, Ubuntu, Cantarell, Fira Sans, Droid Sans, Helvetica, Arial, sans-serif&quot; style=&quot;color: light-dark(rgb(188, 188, 188), rgb(255, 255, 255));&quot;&gt;&lt;span style=&quot;white-space-collapse: preserve;&quot;&gt;CGW Trigger&lt;/span&gt;&lt;/font&gt;" vertex="1">
-           <mxGeometry height="30" width="210" y="180" as="geometry" />
+           <mxGeometry height="210" width="270" x="2050" y="1115" as="geometry" />
+         </mxCell>
+         <mxCell id="In8fDh9ZLN2M87an2Miy-248" parent="In8fDh9ZLN2M87an2Miy-247" style="text;strokeColor=none;fillColor=none;align=left;verticalAlign=middle;spacingLeft=4;spacingRight=4;overflow=hidden;points=[[0,0.5],[1,0.5]];portConstraint=eastwest;rotatable=0;whiteSpace=wrap;html=1;" value="&lt;span style=&quot;text-align: center;&quot;&gt;/loan/createAccount - no retry&lt;/span&gt;" vertex="1">
+           <mxGeometry height="30" width="270" y="30" as="geometry" />
+         </mxCell>
+         <mxCell id="In8fDh9ZLN2M87an2Miy-250" parent="In8fDh9ZLN2M87an2Miy-247" style="text;strokeColor=none;fillColor=none;align=left;verticalAlign=middle;spacingLeft=4;spacingRight=4;overflow=hidden;points=[[0,0.5],[1,0.5]];portConstraint=eastwest;rotatable=0;whiteSpace=wrap;html=1;" value="&lt;span style=&quot;text-align: center;&quot;&gt;/loan/&lt;/span&gt;&lt;span style=&quot;background-color: rgb(252, 246, 219); color: rgb(0, 0, 0); font-family: &amp;quot;Anonymous Pro&amp;quot;, Menlo, Consolas, &amp;quot;Bitstream Vera Sans Mono&amp;quot;, &amp;quot;Courier New&amp;quot;, monospace; font-size: 0.9em;&quot;&gt;createNrsSchedule - retry&lt;/span&gt;" vertex="1">
+           <mxGeometry height="30" width="270" y="60" as="geometry" />
+         </mxCell>
+         <mxCell id="In8fDh9ZLN2M87an2Miy-257" parent="In8fDh9ZLN2M87an2Miy-247" style="text;strokeColor=none;fillColor=none;align=left;verticalAlign=middle;spacingLeft=4;spacingRight=4;overflow=hidden;points=[[0,0.5],[1,0.5]];portConstraint=eastwest;rotatable=0;whiteSpace=wrap;html=1;" value="&lt;span style=&quot;text-align: center;&quot;&gt;/loan/openAccount - retry&lt;/span&gt;" vertex="1">
+           <mxGeometry height="30" width="270" y="90" as="geometry" />
+         </mxCell>
+         <mxCell id="In8fDh9ZLN2M87an2Miy-251" parent="In8fDh9ZLN2M87an2Miy-247" style="text;strokeColor=none;fillColor=none;align=left;verticalAlign=middle;spacingLeft=4;spacingRight=4;overflow=hidden;points=[[0,0.5],[1,0.5]];portConstraint=eastwest;rotatable=0;whiteSpace=wrap;html=1;" value="&lt;span style=&quot;font-family: &amp;quot;Anonymous Pro&amp;quot;, Menlo, Consolas, &amp;quot;Bitstream Vera Sans Mono&amp;quot;, &amp;quot;Courier New&amp;quot;, monospace; font-size: 10.8px; white-space: pre-wrap;&quot;&gt;&lt;font style=&quot;color: light-dark(rgb(237, 237, 237), rgb(255, 255, 255));&quot;&gt;/line/linkLineAccountToLoan - retry?&lt;/font&gt;&lt;/span&gt;" vertex="1">
+           <mxGeometry height="30" width="270" y="120" as="geometry" />
+         </mxCell>
+         <mxCell id="In8fDh9ZLN2M87an2Miy-256" parent="In8fDh9ZLN2M87an2Miy-247" style="text;strokeColor=none;fillColor=none;align=left;verticalAlign=middle;spacingLeft=4;spacingRight=4;overflow=hidden;points=[[0,0.5],[1,0.5]];portConstraint=eastwest;rotatable=0;whiteSpace=wrap;html=1;" value="&lt;span style=&quot;text-align: center;&quot;&gt;/loan/&lt;/span&gt;&lt;span style=&quot;white-space: pre-wrap; color: rgb(33, 33, 33); font-family: Inter, system-ui, -apple-system, &amp;quot;system-ui&amp;quot;, &amp;quot;Segoe UI&amp;quot;, Roboto, Oxygen, Ubuntu, Cantarell, &amp;quot;Fira Sans&amp;quot;, &amp;quot;Droid Sans&amp;quot;, Helvetica, Arial, sans-serif; background-color: rgb(255, 255, 255);&quot;&gt;grantLoanNonCash - retry&lt;/span&gt;" vertex="1">
+           <mxGeometry height="30" width="270" y="150" as="geometry" />
+         </mxCell>
+         <mxCell id="In8fDh9ZLN2M87an2Miy-255" parent="In8fDh9ZLN2M87an2Miy-247" style="text;strokeColor=none;fillColor=none;align=left;verticalAlign=middle;spacingLeft=4;spacingRight=4;overflow=hidden;points=[[0,0.5],[1,0.5]];portConstraint=eastwest;rotatable=0;whiteSpace=wrap;html=1;" value="&lt;font face=&quot;Inter, system-ui, -apple-system, system-ui, Segoe UI, Roboto, Oxygen, Ubuntu, Cantarell, Fira Sans, Droid Sans, Helvetica, Arial, sans-serif&quot; style=&quot;color: light-dark(rgb(188, 188, 188), rgb(255, 255, 255));&quot;&gt;&lt;span style=&quot;white-space-collapse: preserve;&quot;&gt;CGW Trigger - no retry&lt;/span&gt;&lt;/font&gt;" vertex="1">
+           <mxGeometry height="30" width="270" y="180" as="geometry" />
        </mxCell>
      </root>
    </mxGraphModel>
  </diagram>
</mxfile>
